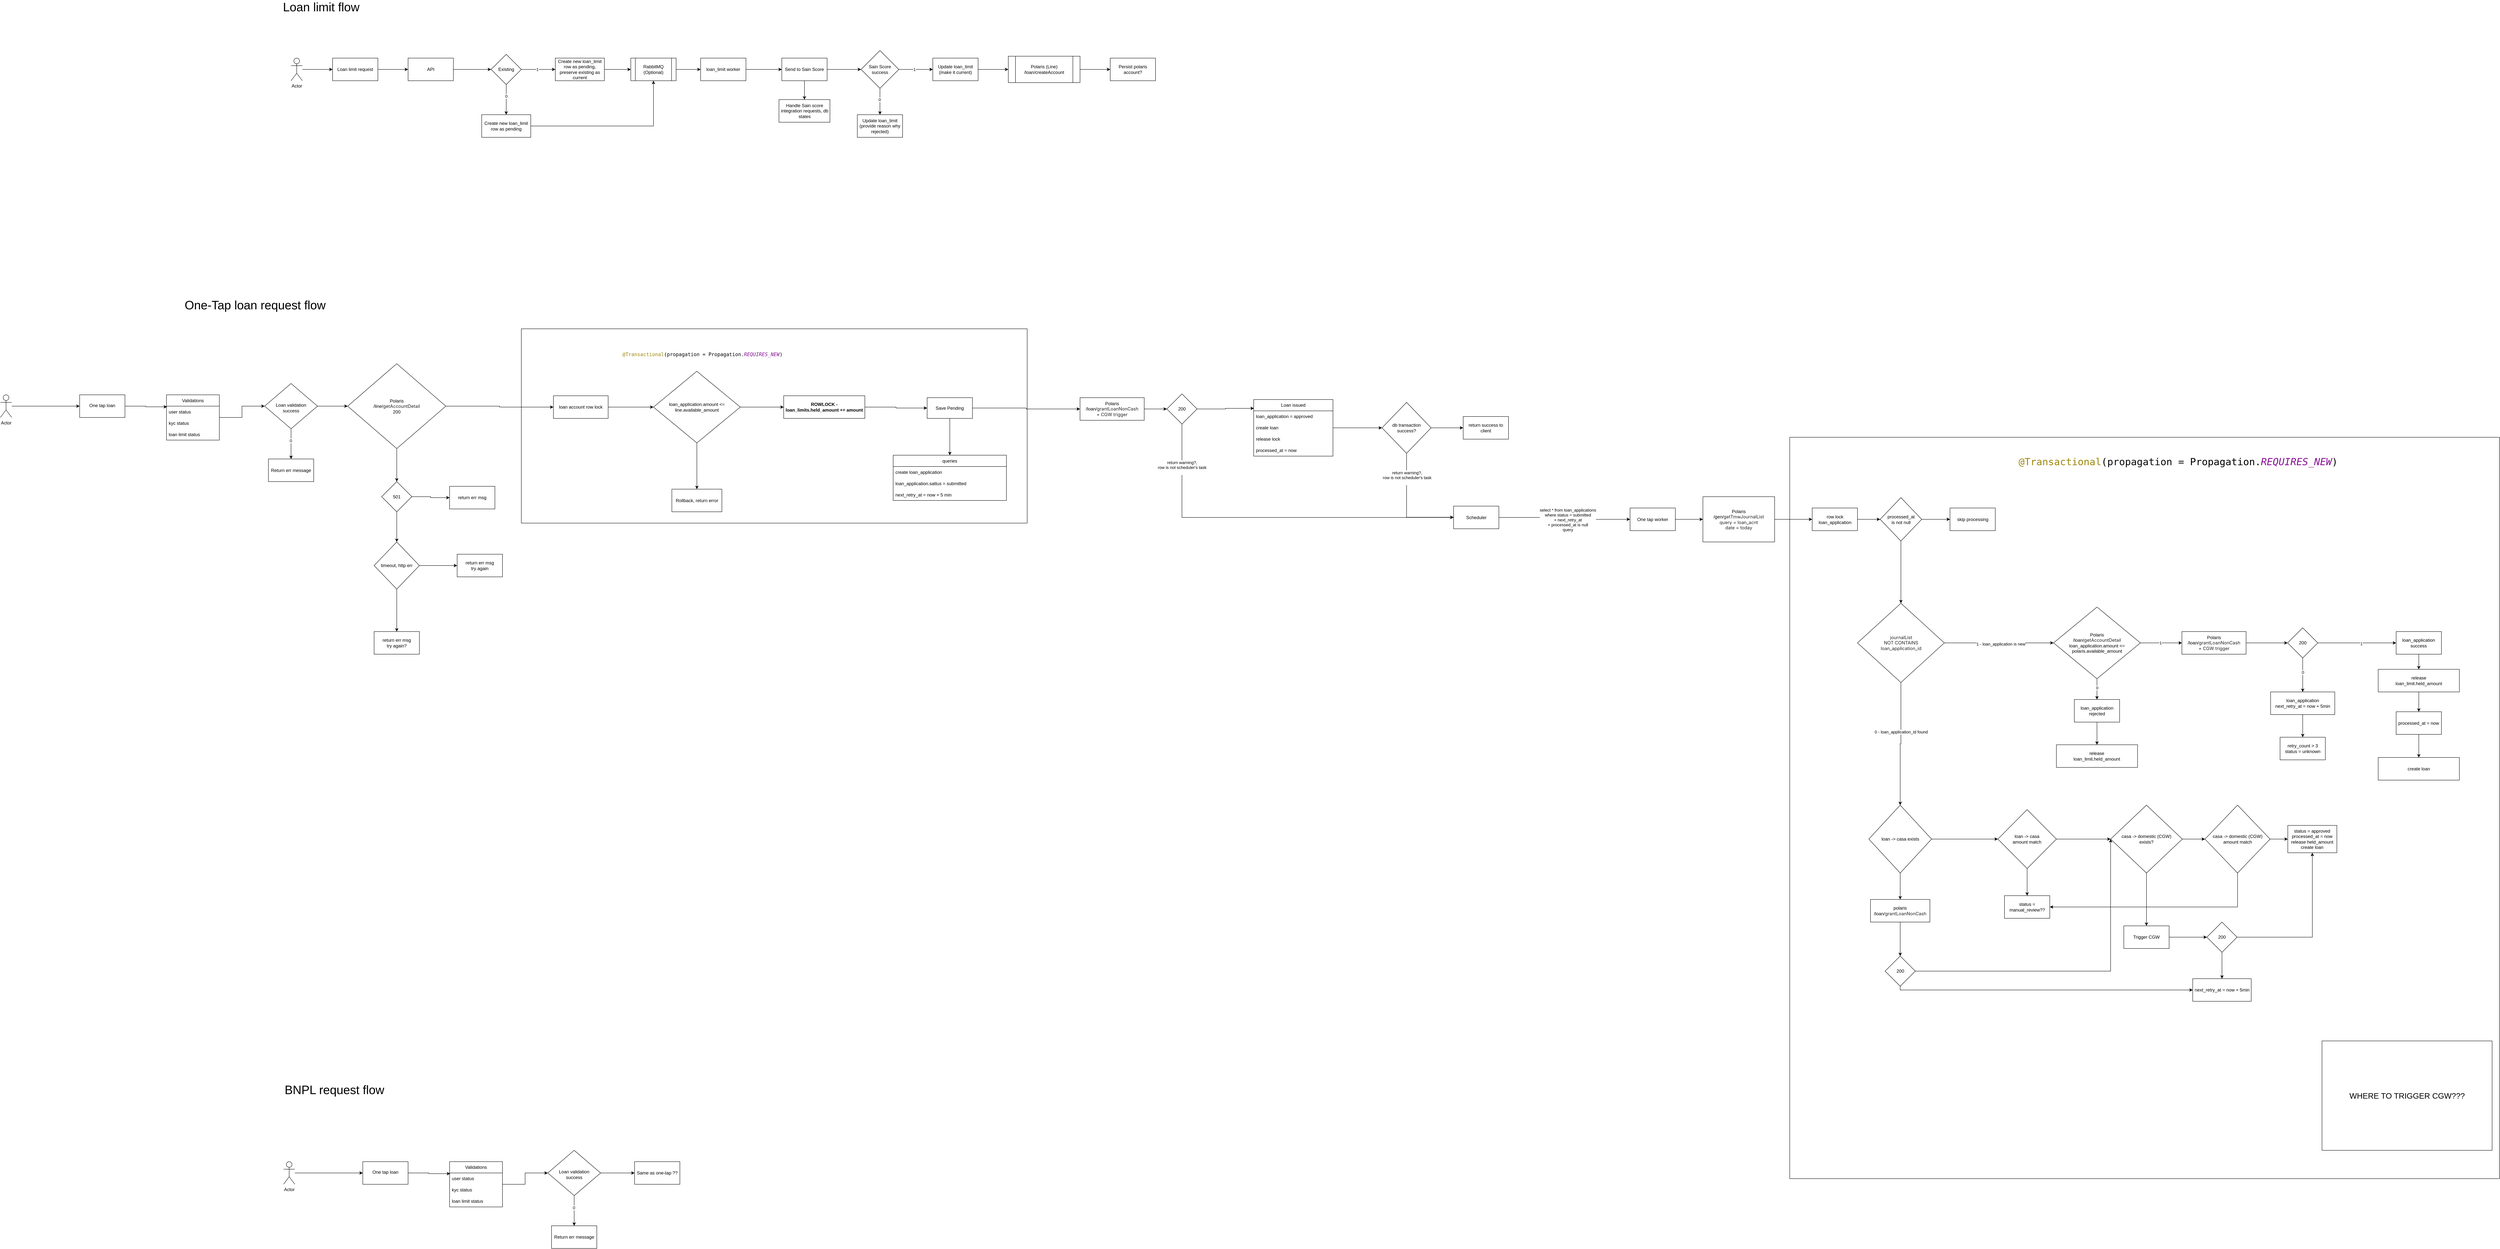
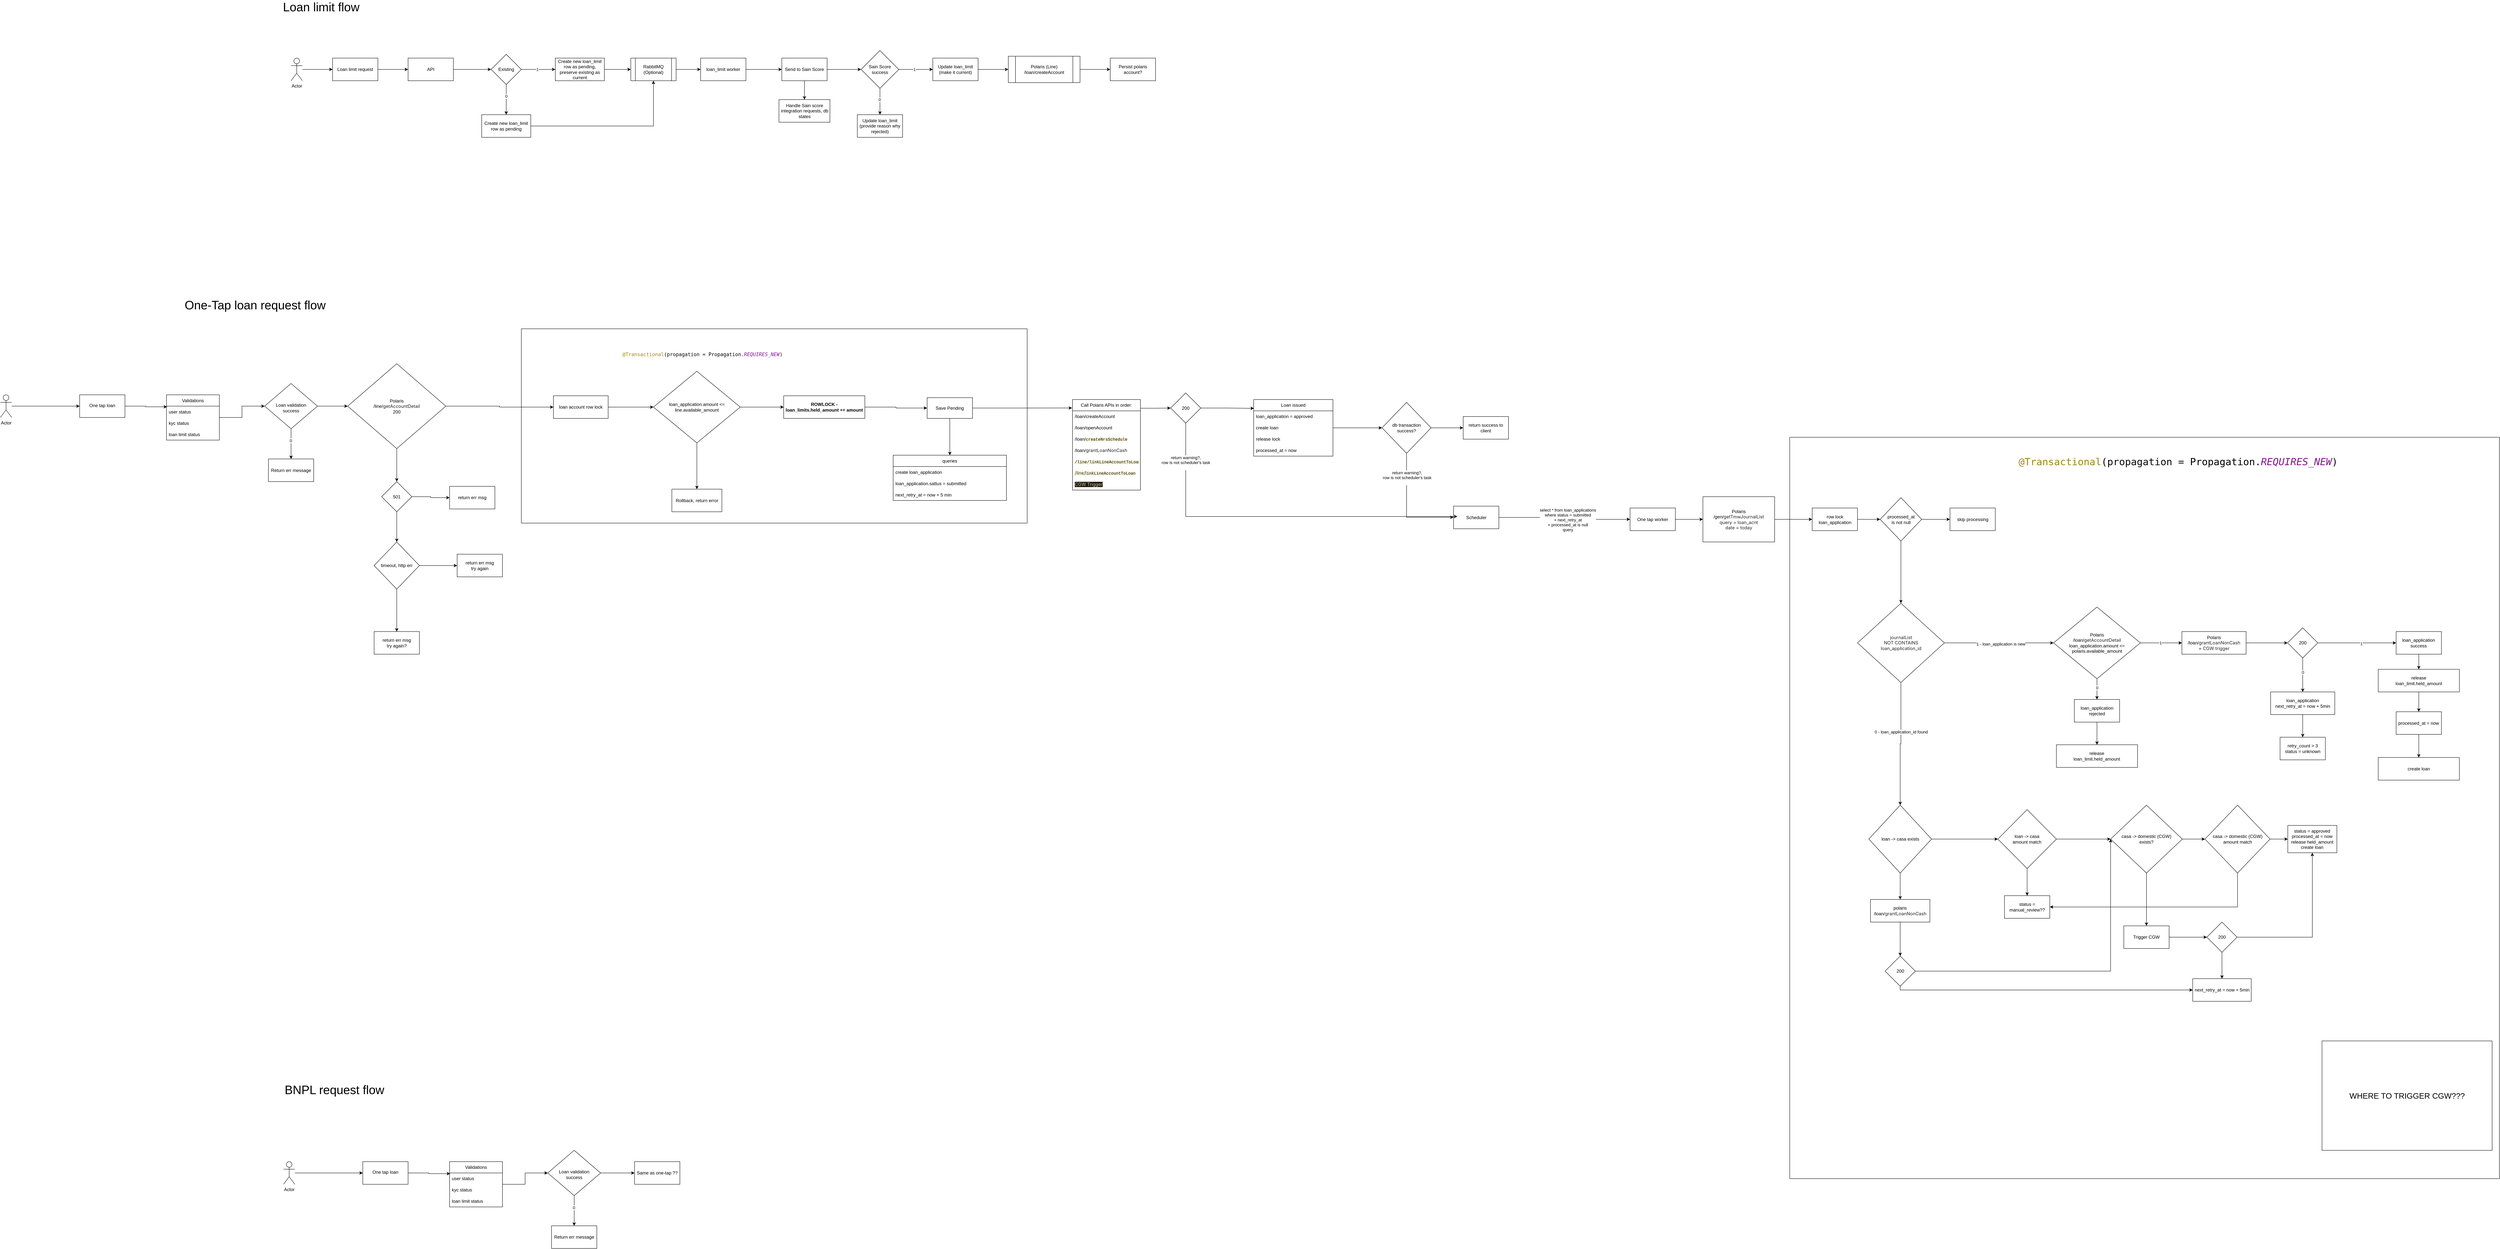
<mxfile host="app.diagrams.net">
  <diagram name="Page-1" id="VCBSuIh8bz7kurrQ0Zaz">
-     <mxGraphModel dx="2338" dy="870" grid="1" gridSize="10" guides="1" tooltips="1" connect="1" arrows="1" fold="1" page="1" pageScale="1" pageWidth="850" pageHeight="1100" math="0" shadow="0">
+     <mxGraphModel dx="1966" dy="653" grid="1" gridSize="10" guides="1" tooltips="1" connect="1" arrows="1" fold="1" page="1" pageScale="1" pageWidth="850" pageHeight="1100" math="0" shadow="0">
      <root>
        <mxCell id="0" />
        <mxCell id="1" parent="0" />
        <mxCell id="In8fDh9ZLN2M87an2Miy-188" parent="1" style="rounded=0;whiteSpace=wrap;html=1;movable=0;resizable=0;rotatable=0;deletable=0;editable=0;locked=1;connectable=0;" value="" vertex="1">
          <mxGeometry height="1965" width="1880" x="4010" y="1215" as="geometry" />
        </mxCell>
        <mxCell id="In8fDh9ZLN2M87an2Miy-172" parent="1" style="rounded=0;whiteSpace=wrap;html=1;movable=1;resizable=1;rotatable=1;deletable=1;editable=1;locked=0;connectable=1;" value="" vertex="1">
          <mxGeometry height="515" width="1340" x="650" y="927.5" as="geometry" />
        </mxCell>
        <mxCell id="KqixbsF9o6dLofBvsG9t-5" edge="1" parent="1" source="KqixbsF9o6dLofBvsG9t-1" style="edgeStyle=orthogonalEdgeStyle;rounded=0;orthogonalLoop=1;jettySize=auto;html=1;" target="KqixbsF9o6dLofBvsG9t-4" value="">
          <mxGeometry relative="1" as="geometry" />
        </mxCell>
        <mxCell id="KqixbsF9o6dLofBvsG9t-1" parent="1" style="rounded=0;whiteSpace=wrap;html=1;" value="Loan limit request" vertex="1">
          <mxGeometry height="60" width="120" x="150" y="210" as="geometry" />
        </mxCell>
        <mxCell id="KqixbsF9o6dLofBvsG9t-3" edge="1" parent="1" source="KqixbsF9o6dLofBvsG9t-2" style="edgeStyle=orthogonalEdgeStyle;rounded=0;orthogonalLoop=1;jettySize=auto;html=1;" target="KqixbsF9o6dLofBvsG9t-1" value="">
          <mxGeometry relative="1" as="geometry" />
        </mxCell>
        <mxCell id="KqixbsF9o6dLofBvsG9t-2" parent="1" style="shape=umlActor;verticalLabelPosition=bottom;verticalAlign=top;html=1;outlineConnect=0;" value="Actor" vertex="1">
          <mxGeometry height="60" width="30" x="40" y="210" as="geometry" />
        </mxCell>
        <mxCell id="KqixbsF9o6dLofBvsG9t-9" edge="1" parent="1" source="KqixbsF9o6dLofBvsG9t-4" style="edgeStyle=orthogonalEdgeStyle;rounded=0;orthogonalLoop=1;jettySize=auto;html=1;" target="KqixbsF9o6dLofBvsG9t-8" value="">
          <mxGeometry relative="1" as="geometry" />
        </mxCell>
        <mxCell id="KqixbsF9o6dLofBvsG9t-4" parent="1" style="rounded=0;whiteSpace=wrap;html=1;" value="API" vertex="1">
          <mxGeometry height="60" width="120" x="350" y="210" as="geometry" />
        </mxCell>
        <mxCell id="KqixbsF9o6dLofBvsG9t-11" edge="1" parent="1" source="KqixbsF9o6dLofBvsG9t-8" style="edgeStyle=orthogonalEdgeStyle;rounded=0;orthogonalLoop=1;jettySize=auto;html=1;" target="KqixbsF9o6dLofBvsG9t-10" value="">
          <mxGeometry relative="1" as="geometry" />
        </mxCell>
        <mxCell id="KqixbsF9o6dLofBvsG9t-12" connectable="0" parent="KqixbsF9o6dLofBvsG9t-11" style="edgeLabel;html=1;align=center;verticalAlign=middle;resizable=0;points=[];" value="1" vertex="1">
          <mxGeometry relative="1" x="-0.079" as="geometry">
            <mxPoint as="offset" />
          </mxGeometry>
        </mxCell>
        <mxCell id="KqixbsF9o6dLofBvsG9t-14" edge="1" parent="1" source="KqixbsF9o6dLofBvsG9t-8" style="edgeStyle=orthogonalEdgeStyle;rounded=0;orthogonalLoop=1;jettySize=auto;html=1;" target="KqixbsF9o6dLofBvsG9t-13" value="">
          <mxGeometry relative="1" as="geometry" />
        </mxCell>
        <mxCell id="KqixbsF9o6dLofBvsG9t-15" connectable="0" parent="KqixbsF9o6dLofBvsG9t-14" style="edgeLabel;html=1;align=center;verticalAlign=middle;resizable=0;points=[];" value="0" vertex="1">
          <mxGeometry relative="1" x="-0.2407" as="geometry">
            <mxPoint as="offset" />
          </mxGeometry>
        </mxCell>
        <mxCell id="KqixbsF9o6dLofBvsG9t-8" parent="1" style="rhombus;whiteSpace=wrap;html=1;rounded=0;" value="Existing" vertex="1">
          <mxGeometry height="80" width="80" x="570" y="200" as="geometry" />
        </mxCell>
        <mxCell id="KqixbsF9o6dLofBvsG9t-23" edge="1" parent="1" source="KqixbsF9o6dLofBvsG9t-10" style="edgeStyle=orthogonalEdgeStyle;rounded=0;orthogonalLoop=1;jettySize=auto;html=1;" target="KqixbsF9o6dLofBvsG9t-22" value="">
          <mxGeometry relative="1" as="geometry" />
        </mxCell>
        <mxCell id="KqixbsF9o6dLofBvsG9t-10" parent="1" style="whiteSpace=wrap;html=1;rounded=0;" value="Create new loan_limit row as pending, preserve existing as current" vertex="1">
          <mxGeometry height="60" width="130" x="740" y="210" as="geometry" />
        </mxCell>
        <mxCell id="KqixbsF9o6dLofBvsG9t-26" edge="1" parent="1" source="KqixbsF9o6dLofBvsG9t-13" style="edgeStyle=orthogonalEdgeStyle;rounded=0;orthogonalLoop=1;jettySize=auto;html=1;entryX=0.5;entryY=1;entryDx=0;entryDy=0;" target="KqixbsF9o6dLofBvsG9t-22">
          <mxGeometry relative="1" as="geometry" />
        </mxCell>
        <mxCell id="KqixbsF9o6dLofBvsG9t-13" parent="1" style="whiteSpace=wrap;html=1;rounded=0;" value="Create new loan_limit row as pending" vertex="1">
          <mxGeometry height="60" width="130" x="545" y="360" as="geometry" />
        </mxCell>
        <mxCell id="KqixbsF9o6dLofBvsG9t-25" edge="1" parent="1" source="KqixbsF9o6dLofBvsG9t-22" style="edgeStyle=orthogonalEdgeStyle;rounded=0;orthogonalLoop=1;jettySize=auto;html=1;" target="KqixbsF9o6dLofBvsG9t-24" value="">
          <mxGeometry relative="1" as="geometry" />
        </mxCell>
        <mxCell id="KqixbsF9o6dLofBvsG9t-22" parent="1" style="shape=process;whiteSpace=wrap;html=1;backgroundOutline=1;rounded=0;" value="RabbitMQ (Optional)" vertex="1">
          <mxGeometry height="60" width="120" x="940" y="210" as="geometry" />
        </mxCell>
        <mxCell id="KqixbsF9o6dLofBvsG9t-28" edge="1" parent="1" source="KqixbsF9o6dLofBvsG9t-24" style="edgeStyle=orthogonalEdgeStyle;rounded=0;orthogonalLoop=1;jettySize=auto;html=1;" target="KqixbsF9o6dLofBvsG9t-27" value="">
          <mxGeometry relative="1" as="geometry" />
        </mxCell>
        <mxCell id="KqixbsF9o6dLofBvsG9t-24" parent="1" style="whiteSpace=wrap;html=1;rounded=0;" value="loan_limit worker" vertex="1">
          <mxGeometry height="60" width="120" x="1125" y="210" as="geometry" />
        </mxCell>
        <mxCell id="KqixbsF9o6dLofBvsG9t-30" edge="1" parent="1" source="KqixbsF9o6dLofBvsG9t-27" style="edgeStyle=orthogonalEdgeStyle;rounded=0;orthogonalLoop=1;jettySize=auto;html=1;" target="KqixbsF9o6dLofBvsG9t-29" value="">
          <mxGeometry relative="1" as="geometry" />
        </mxCell>
        <mxCell id="KqixbsF9o6dLofBvsG9t-38" edge="1" parent="1" source="KqixbsF9o6dLofBvsG9t-27" style="edgeStyle=orthogonalEdgeStyle;rounded=0;orthogonalLoop=1;jettySize=auto;html=1;" target="KqixbsF9o6dLofBvsG9t-37" value="">
          <mxGeometry relative="1" as="geometry" />
        </mxCell>
        <mxCell id="KqixbsF9o6dLofBvsG9t-27" parent="1" style="whiteSpace=wrap;html=1;rounded=0;" value="Send to Sain Score" vertex="1">
          <mxGeometry height="60" width="120" x="1340" y="210" as="geometry" />
        </mxCell>
        <mxCell id="KqixbsF9o6dLofBvsG9t-32" edge="1" parent="1" source="KqixbsF9o6dLofBvsG9t-29" style="edgeStyle=orthogonalEdgeStyle;rounded=0;orthogonalLoop=1;jettySize=auto;html=1;" target="KqixbsF9o6dLofBvsG9t-31" value="">
          <mxGeometry relative="1" as="geometry" />
        </mxCell>
        <mxCell id="KqixbsF9o6dLofBvsG9t-33" connectable="0" parent="KqixbsF9o6dLofBvsG9t-32" style="edgeLabel;html=1;align=center;verticalAlign=middle;resizable=0;points=[];" value="1" vertex="1">
          <mxGeometry relative="1" x="-0.1048" as="geometry">
            <mxPoint as="offset" />
          </mxGeometry>
        </mxCell>
        <mxCell id="KqixbsF9o6dLofBvsG9t-35" edge="1" parent="1" source="KqixbsF9o6dLofBvsG9t-29" style="edgeStyle=orthogonalEdgeStyle;rounded=0;orthogonalLoop=1;jettySize=auto;html=1;" target="KqixbsF9o6dLofBvsG9t-34" value="">
          <mxGeometry relative="1" as="geometry" />
        </mxCell>
        <mxCell id="KqixbsF9o6dLofBvsG9t-36" connectable="0" parent="KqixbsF9o6dLofBvsG9t-35" style="edgeLabel;html=1;align=center;verticalAlign=middle;resizable=0;points=[];" value="0" vertex="1">
          <mxGeometry relative="1" x="-0.1429" y="-1" as="geometry">
            <mxPoint as="offset" />
          </mxGeometry>
        </mxCell>
        <mxCell id="KqixbsF9o6dLofBvsG9t-29" parent="1" style="rhombus;whiteSpace=wrap;html=1;rounded=0;" value="Sain Score success" vertex="1">
          <mxGeometry height="100" width="100" x="1550" y="190" as="geometry" />
        </mxCell>
        <mxCell id="KqixbsF9o6dLofBvsG9t-66" edge="1" parent="1" source="KqixbsF9o6dLofBvsG9t-31" style="edgeStyle=orthogonalEdgeStyle;rounded=0;orthogonalLoop=1;jettySize=auto;html=1;" target="KqixbsF9o6dLofBvsG9t-65" value="">
          <mxGeometry relative="1" as="geometry" />
        </mxCell>
        <mxCell id="KqixbsF9o6dLofBvsG9t-31" parent="1" style="whiteSpace=wrap;html=1;rounded=0;" value="Update loan_limit (make it current)" vertex="1">
          <mxGeometry height="60" width="120" x="1740" y="210" as="geometry" />
        </mxCell>
        <mxCell id="KqixbsF9o6dLofBvsG9t-34" parent="1" style="whiteSpace=wrap;html=1;rounded=0;" value="Update loan_limit&lt;br&gt;(provide reason why rejected)" vertex="1">
          <mxGeometry height="60" width="120" x="1540" y="360" as="geometry" />
        </mxCell>
        <mxCell id="KqixbsF9o6dLofBvsG9t-37" parent="1" style="whiteSpace=wrap;html=1;rounded=0;" value="Handle Sain score integration requests, db states" vertex="1">
          <mxGeometry height="60" width="135" x="1332.5" y="320" as="geometry" />
        </mxCell>
        <mxCell id="KqixbsF9o6dLofBvsG9t-40" parent="1" style="text;html=1;whiteSpace=wrap;strokeColor=none;fillColor=none;align=center;verticalAlign=middle;rounded=0;fontSize=32;" value="Loan limit flow" vertex="1">
          <mxGeometry height="30" width="260" x="-10" y="60" as="geometry" />
        </mxCell>
        <mxCell id="KqixbsF9o6dLofBvsG9t-74" edge="1" parent="1" source="KqixbsF9o6dLofBvsG9t-65" style="edgeStyle=orthogonalEdgeStyle;rounded=0;orthogonalLoop=1;jettySize=auto;html=1;" target="KqixbsF9o6dLofBvsG9t-73" value="">
          <mxGeometry relative="1" as="geometry" />
        </mxCell>
        <mxCell id="KqixbsF9o6dLofBvsG9t-65" parent="1" style="shape=process;whiteSpace=wrap;html=1;backgroundOutline=1;rounded=0;" value="Polaris (Line)&lt;br&gt;/loan/createAccount" vertex="1">
          <mxGeometry height="70" width="190" x="1940" y="205" as="geometry" />
        </mxCell>
        <mxCell id="KqixbsF9o6dLofBvsG9t-73" parent="1" style="whiteSpace=wrap;html=1;rounded=0;" value="Persist polaris account?" vertex="1">
          <mxGeometry height="60" width="120" x="2210" y="210" as="geometry" />
        </mxCell>
        <mxCell id="U8Ajh8Gpa-m2DNKNFQys-1" parent="1" style="text;html=1;whiteSpace=wrap;strokeColor=none;fillColor=none;align=center;verticalAlign=middle;rounded=0;fontSize=32;" value="One-Tap loan request flow" vertex="1">
          <mxGeometry height="30" width="470" x="-290" y="850" as="geometry" />
        </mxCell>
        <mxCell id="In8fDh9ZLN2M87an2Miy-1" edge="1" parent="1" source="In8fDh9ZLN2M87an2Miy-2" style="edgeStyle=orthogonalEdgeStyle;rounded=0;orthogonalLoop=1;jettySize=auto;html=1;" target="In8fDh9ZLN2M87an2Miy-4" value="">
          <mxGeometry relative="1" as="geometry" />
        </mxCell>
        <mxCell id="In8fDh9ZLN2M87an2Miy-2" parent="1" style="shape=umlActor;verticalLabelPosition=bottom;verticalAlign=top;html=1;outlineConnect=0;" value="Actor" vertex="1">
          <mxGeometry height="60" width="30" x="-730" y="1102.5" as="geometry" />
        </mxCell>
        <mxCell id="In8fDh9ZLN2M87an2Miy-3" edge="1" parent="1" source="In8fDh9ZLN2M87an2Miy-4" style="edgeStyle=orthogonalEdgeStyle;rounded=0;orthogonalLoop=1;jettySize=auto;html=1;entryX=0.011;entryY=0.06;entryDx=0;entryDy=0;entryPerimeter=0;" target="In8fDh9ZLN2M87an2Miy-28" value="">
          <mxGeometry relative="1" as="geometry">
            <mxPoint x="-310" y="1132.5" as="targetPoint" />
          </mxGeometry>
        </mxCell>
        <mxCell id="In8fDh9ZLN2M87an2Miy-4" parent="1" style="whiteSpace=wrap;html=1;verticalAlign=top;" value="&lt;div&gt;&lt;br&gt;&lt;/div&gt;&lt;div&gt;One tap loan&lt;/div&gt;" vertex="1">
          <mxGeometry height="60" width="120" x="-520" y="1102.5" as="geometry" />
        </mxCell>
        <mxCell id="In8fDh9ZLN2M87an2Miy-7" edge="1" parent="1" source="In8fDh9ZLN2M87an2Miy-9" style="edgeStyle=orthogonalEdgeStyle;rounded=0;orthogonalLoop=1;jettySize=auto;html=1;" target="In8fDh9ZLN2M87an2Miy-13" value="">
          <mxGeometry relative="1" as="geometry" />
        </mxCell>
        <mxCell id="In8fDh9ZLN2M87an2Miy-8" connectable="0" parent="In8fDh9ZLN2M87an2Miy-7" style="edgeLabel;html=1;align=center;verticalAlign=middle;resizable=0;points=[];" value="0" vertex="1">
          <mxGeometry relative="1" x="-0.2091" y="-1" as="geometry">
            <mxPoint as="offset" />
          </mxGeometry>
        </mxCell>
        <mxCell id="In8fDh9ZLN2M87an2Miy-230" edge="1" parent="1" source="In8fDh9ZLN2M87an2Miy-9" style="edgeStyle=orthogonalEdgeStyle;rounded=0;orthogonalLoop=1;jettySize=auto;html=1;" target="In8fDh9ZLN2M87an2Miy-228">
          <mxGeometry relative="1" as="geometry" />
        </mxCell>
        <mxCell id="In8fDh9ZLN2M87an2Miy-9" parent="1" style="rhombus;whiteSpace=wrap;html=1;verticalAlign=top;" value="&lt;br&gt;&lt;br&gt;&lt;div&gt;&lt;br&gt;&lt;/div&gt;&lt;div&gt;Loan validation&lt;br&gt;success&lt;/div&gt;" vertex="1">
          <mxGeometry height="120" width="140" x="-30" y="1072.5" as="geometry" />
        </mxCell>
        <mxCell id="In8fDh9ZLN2M87an2Miy-10" edge="1" parent="1" source="In8fDh9ZLN2M87an2Miy-12" style="edgeStyle=orthogonalEdgeStyle;rounded=0;orthogonalLoop=1;jettySize=auto;html=1;entryX=0.5;entryY=0;entryDx=0;entryDy=0;" target="In8fDh9ZLN2M87an2Miy-14">
          <mxGeometry relative="1" as="geometry" />
        </mxCell>
        <mxCell id="In8fDh9ZLN2M87an2Miy-54" edge="1" parent="1" source="In8fDh9ZLN2M87an2Miy-105" style="edgeStyle=orthogonalEdgeStyle;rounded=0;orthogonalLoop=1;jettySize=auto;html=1;exitX=1;exitY=0.5;exitDx=0;exitDy=0;" target="In8fDh9ZLN2M87an2Miy-53" value="">
          <mxGeometry relative="1" as="geometry">
            <mxPoint x="3329.5" y="1432.5" as="sourcePoint" />
          </mxGeometry>
        </mxCell>
        <mxCell id="In8fDh9ZLN2M87an2Miy-55" connectable="0" parent="In8fDh9ZLN2M87an2Miy-54" style="edgeLabel;html=1;align=center;verticalAlign=middle;resizable=0;points=[];" value="select * from loan_applications&lt;br&gt;where status = submitted&lt;br&gt;+ next_retry_at&lt;br&gt;+ processed_at is null&lt;br&gt;query" vertex="1">
          <mxGeometry relative="1" x="0.0637" y="-1" as="geometry">
            <mxPoint as="offset" />
          </mxGeometry>
        </mxCell>
-         <mxCell id="In8fDh9ZLN2M87an2Miy-246" edge="1" parent="1" source="In8fDh9ZLN2M87an2Miy-12" style="edgeStyle=orthogonalEdgeStyle;rounded=0;orthogonalLoop=1;jettySize=auto;html=1;entryX=0;entryY=0.5;entryDx=0;entryDy=0;" target="In8fDh9ZLN2M87an2Miy-153">
-           <mxGeometry relative="1" as="geometry" />
+         <mxCell id="In8fDh9ZLN2M87an2Miy-246" edge="1" parent="1" source="In8fDh9ZLN2M87an2Miy-12" style="edgeStyle=orthogonalEdgeStyle;rounded=0;orthogonalLoop=1;jettySize=auto;html=1;entryX=-0.006;entryY=0.093;entryDx=0;entryDy=0;entryPerimeter=0;" target="In8fDh9ZLN2M87an2Miy-247">
+           <mxGeometry relative="1" as="geometry">
+             <mxPoint x="2090" y="1137.5" as="targetPoint" />
+           </mxGeometry>
        </mxCell>
        <mxCell id="In8fDh9ZLN2M87an2Miy-12" parent="1" style="whiteSpace=wrap;html=1;verticalAlign=middle;" value="Save Pending" vertex="1">
          <mxGeometry height="55" width="120" x="1725" y="1110" as="geometry" />
        </mxCell>
        <mxCell id="In8fDh9ZLN2M87an2Miy-13" parent="1" style="whiteSpace=wrap;html=1;verticalAlign=middle;" value="Return err message" vertex="1">
          <mxGeometry height="60" width="120" x="-20" y="1272.5" as="geometry" />
        </mxCell>
        <mxCell id="In8fDh9ZLN2M87an2Miy-14" parent="1" style="swimlane;fontStyle=0;childLayout=stackLayout;horizontal=1;startSize=30;horizontalStack=0;resizeParent=1;resizeParentMax=0;resizeLast=0;collapsible=1;marginBottom=0;whiteSpace=wrap;html=1;" value="queries" vertex="1">
          <mxGeometry height="120" width="300" x="1635" y="1262.5" as="geometry" />
        </mxCell>
        <mxCell id="In8fDh9ZLN2M87an2Miy-15" parent="In8fDh9ZLN2M87an2Miy-14" style="text;strokeColor=none;fillColor=none;align=left;verticalAlign=middle;spacingLeft=4;spacingRight=4;overflow=hidden;points=[[0,0.5],[1,0.5]];portConstraint=eastwest;rotatable=0;whiteSpace=wrap;html=1;" value="create loan_application" vertex="1">
          <mxGeometry height="30" width="300" y="30" as="geometry" />
        </mxCell>
        <mxCell id="In8fDh9ZLN2M87an2Miy-104" parent="In8fDh9ZLN2M87an2Miy-14" style="text;strokeColor=none;fillColor=none;align=left;verticalAlign=middle;spacingLeft=4;spacingRight=4;overflow=hidden;points=[[0,0.5],[1,0.5]];portConstraint=eastwest;rotatable=0;whiteSpace=wrap;html=1;" value="loan_application.sattus = submitted" vertex="1">
          <mxGeometry height="30" width="300" y="60" as="geometry" />
        </mxCell>
        <mxCell id="In8fDh9ZLN2M87an2Miy-17" parent="In8fDh9ZLN2M87an2Miy-14" style="text;strokeColor=none;fillColor=none;align=left;verticalAlign=middle;spacingLeft=4;spacingRight=4;overflow=hidden;points=[[0,0.5],[1,0.5]];portConstraint=eastwest;rotatable=0;whiteSpace=wrap;html=1;" value="next_retry_at = now + 5 min" vertex="1">
          <mxGeometry height="30" width="300" y="90" as="geometry" />
        </mxCell>
        <mxCell id="In8fDh9ZLN2M87an2Miy-32" edge="1" parent="1" source="In8fDh9ZLN2M87an2Miy-27" style="edgeStyle=orthogonalEdgeStyle;rounded=0;orthogonalLoop=1;jettySize=auto;html=1;entryX=0;entryY=0.5;entryDx=0;entryDy=0;" target="In8fDh9ZLN2M87an2Miy-9">
          <mxGeometry relative="1" as="geometry" />
        </mxCell>
        <mxCell id="In8fDh9ZLN2M87an2Miy-27" parent="1" style="swimlane;fontStyle=0;childLayout=stackLayout;horizontal=1;startSize=30;horizontalStack=0;resizeParent=1;resizeParentMax=0;resizeLast=0;collapsible=1;marginBottom=0;whiteSpace=wrap;html=1;" value="Validations" vertex="1">
          <mxGeometry height="120" width="140" x="-290" y="1102.5" as="geometry" />
        </mxCell>
        <mxCell id="In8fDh9ZLN2M87an2Miy-28" parent="In8fDh9ZLN2M87an2Miy-27" style="text;strokeColor=none;fillColor=none;align=left;verticalAlign=middle;spacingLeft=4;spacingRight=4;overflow=hidden;points=[[0,0.5],[1,0.5]];portConstraint=eastwest;rotatable=0;whiteSpace=wrap;html=1;" value="user status" vertex="1">
          <mxGeometry height="30" width="140" y="30" as="geometry" />
        </mxCell>
        <mxCell id="In8fDh9ZLN2M87an2Miy-29" parent="In8fDh9ZLN2M87an2Miy-27" style="text;strokeColor=none;fillColor=none;align=left;verticalAlign=middle;spacingLeft=4;spacingRight=4;overflow=hidden;points=[[0,0.5],[1,0.5]];portConstraint=eastwest;rotatable=0;whiteSpace=wrap;html=1;" value="kyc status" vertex="1">
          <mxGeometry height="30" width="140" y="60" as="geometry" />
        </mxCell>
        <mxCell id="In8fDh9ZLN2M87an2Miy-33" parent="In8fDh9ZLN2M87an2Miy-27" style="text;strokeColor=none;fillColor=none;align=left;verticalAlign=middle;spacingLeft=4;spacingRight=4;overflow=hidden;points=[[0,0.5],[1,0.5]];portConstraint=eastwest;rotatable=0;whiteSpace=wrap;html=1;" value="loan limit status" vertex="1">
          <mxGeometry height="30" width="140" y="90" as="geometry" />
        </mxCell>
        <mxCell id="In8fDh9ZLN2M87an2Miy-116" edge="1" parent="1" source="In8fDh9ZLN2M87an2Miy-53" style="edgeStyle=orthogonalEdgeStyle;rounded=0;orthogonalLoop=1;jettySize=auto;html=1;entryX=0;entryY=0.5;entryDx=0;entryDy=0;" target="In8fDh9ZLN2M87an2Miy-68">
          <mxGeometry relative="1" as="geometry" />
        </mxCell>
        <mxCell id="In8fDh9ZLN2M87an2Miy-53" parent="1" style="whiteSpace=wrap;html=1;" value="One tap worker" vertex="1">
          <mxGeometry height="60" width="120" x="3587" y="1402.5" as="geometry" />
        </mxCell>
        <mxCell id="In8fDh9ZLN2M87an2Miy-67" edge="1" parent="1" source="In8fDh9ZLN2M87an2Miy-58" style="edgeStyle=orthogonalEdgeStyle;rounded=0;orthogonalLoop=1;jettySize=auto;html=1;entryX=0;entryY=0.5;entryDx=0;entryDy=0;" target="In8fDh9ZLN2M87an2Miy-66" value="">
          <mxGeometry relative="1" as="geometry">
            <mxPoint x="5343.87" y="1760" as="targetPoint" />
          </mxGeometry>
        </mxCell>
        <mxCell id="In8fDh9ZLN2M87an2Miy-58" parent="1" style="whiteSpace=wrap;html=1;" value="Polaris /loan/&lt;span style=&quot;color: rgb(33, 33, 33); font-family: Inter, system-ui, -apple-system, &amp;quot;system-ui&amp;quot;, &amp;quot;Segoe UI&amp;quot;, Roboto, Oxygen, Ubuntu, Cantarell, &amp;quot;Fira Sans&amp;quot;, &amp;quot;Droid Sans&amp;quot;, Helvetica, Arial, sans-serif; text-align: left; white-space: pre-wrap; background-color: rgb(255, 255, 255);&quot;&gt;grantLoanNonCash&lt;br/&gt;+ CGW trigger&lt;/span&gt;" vertex="1">
          <mxGeometry height="60" width="170" x="5048.87" y="1730" as="geometry" />
        </mxCell>
        <mxCell id="In8fDh9ZLN2M87an2Miy-62" edge="1" parent="1" source="In8fDh9ZLN2M87an2Miy-59" style="edgeStyle=orthogonalEdgeStyle;rounded=0;orthogonalLoop=1;jettySize=auto;html=1;" target="In8fDh9ZLN2M87an2Miy-61" value="">
          <mxGeometry relative="1" as="geometry" />
        </mxCell>
        <mxCell id="In8fDh9ZLN2M87an2Miy-91" connectable="0" parent="In8fDh9ZLN2M87an2Miy-62" style="edgeLabel;html=1;align=center;verticalAlign=middle;resizable=0;points=[];" value="0" vertex="1">
          <mxGeometry relative="1" x="-0.1431" as="geometry">
            <mxPoint as="offset" />
          </mxGeometry>
        </mxCell>
        <mxCell id="In8fDh9ZLN2M87an2Miy-65" edge="1" parent="1" source="In8fDh9ZLN2M87an2Miy-59" style="edgeStyle=orthogonalEdgeStyle;rounded=0;orthogonalLoop=1;jettySize=auto;html=1;" target="In8fDh9ZLN2M87an2Miy-58">
          <mxGeometry relative="1" as="geometry" />
        </mxCell>
        <mxCell id="In8fDh9ZLN2M87an2Miy-90" connectable="0" parent="In8fDh9ZLN2M87an2Miy-65" style="edgeLabel;html=1;align=center;verticalAlign=middle;resizable=0;points=[];" value="1" vertex="1">
          <mxGeometry relative="1" x="-0.0451" as="geometry">
            <mxPoint as="offset" />
          </mxGeometry>
        </mxCell>
        <mxCell id="In8fDh9ZLN2M87an2Miy-59" parent="1" style="rhombus;whiteSpace=wrap;html=1;" value="Polaris&lt;br&gt;/loan/&lt;span style=&quot;color: rgb(33, 33, 33); font-family: Inter, system-ui, -apple-system, &amp;quot;system-ui&amp;quot;, &amp;quot;Segoe UI&amp;quot;, Roboto, Oxygen, Ubuntu, Cantarell, &amp;quot;Fira Sans&amp;quot;, &amp;quot;Droid Sans&amp;quot;, Helvetica, Arial, sans-serif; text-align: left; white-space: pre-wrap; background-color: rgb(255, 255, 255);&quot;&gt;getAccountDetail&lt;/span&gt;&lt;br&gt;loan_application.amount &amp;lt;= polaris.available_amount" vertex="1">
          <mxGeometry height="190" width="230" x="4708.87" y="1665" as="geometry" />
        </mxCell>
        <mxCell id="In8fDh9ZLN2M87an2Miy-64" edge="1" parent="1" source="In8fDh9ZLN2M87an2Miy-61" style="edgeStyle=orthogonalEdgeStyle;rounded=0;orthogonalLoop=1;jettySize=auto;html=1;" target="In8fDh9ZLN2M87an2Miy-63" value="">
          <mxGeometry relative="1" as="geometry" />
        </mxCell>
        <mxCell id="In8fDh9ZLN2M87an2Miy-61" parent="1" style="whiteSpace=wrap;html=1;" value="loan_application&lt;br&gt;rejected" vertex="1">
          <mxGeometry height="60" width="120" x="4763.87" y="1910" as="geometry" />
        </mxCell>
        <mxCell id="In8fDh9ZLN2M87an2Miy-63" parent="1" style="whiteSpace=wrap;html=1;" value="release &lt;br&gt;loan_limit.held_amount" vertex="1">
          <mxGeometry height="60" width="215" x="4716.37" y="2030" as="geometry" />
        </mxCell>
        <mxCell id="In8fDh9ZLN2M87an2Miy-81" edge="1" parent="1" source="In8fDh9ZLN2M87an2Miy-66" style="edgeStyle=orthogonalEdgeStyle;rounded=0;orthogonalLoop=1;jettySize=auto;html=1;entryX=0;entryY=0.5;entryDx=0;entryDy=0;" target="In8fDh9ZLN2M87an2Miy-79">
          <mxGeometry relative="1" as="geometry" />
        </mxCell>
        <mxCell id="In8fDh9ZLN2M87an2Miy-92" connectable="0" parent="In8fDh9ZLN2M87an2Miy-81" style="edgeLabel;html=1;align=center;verticalAlign=middle;resizable=0;points=[];" value="1" vertex="1">
          <mxGeometry relative="1" x="0.1055" y="-2" as="geometry">
            <mxPoint as="offset" />
          </mxGeometry>
        </mxCell>
        <mxCell id="In8fDh9ZLN2M87an2Miy-83" edge="1" parent="1" source="In8fDh9ZLN2M87an2Miy-66" style="edgeStyle=orthogonalEdgeStyle;rounded=0;orthogonalLoop=1;jettySize=auto;html=1;" target="In8fDh9ZLN2M87an2Miy-82" value="">
          <mxGeometry relative="1" as="geometry" />
        </mxCell>
        <mxCell id="In8fDh9ZLN2M87an2Miy-93" connectable="0" parent="In8fDh9ZLN2M87an2Miy-83" style="edgeLabel;html=1;align=center;verticalAlign=middle;resizable=0;points=[];" value="0" vertex="1">
          <mxGeometry relative="1" x="-0.1623" as="geometry">
            <mxPoint as="offset" />
          </mxGeometry>
        </mxCell>
        <mxCell id="In8fDh9ZLN2M87an2Miy-66" parent="1" style="rhombus;whiteSpace=wrap;html=1;" value="200" vertex="1">
          <mxGeometry height="80" width="80" x="5328.87" y="1720" as="geometry" />
        </mxCell>
        <mxCell id="In8fDh9ZLN2M87an2Miy-119" edge="1" parent="1" source="In8fDh9ZLN2M87an2Miy-68" style="edgeStyle=orthogonalEdgeStyle;rounded=0;orthogonalLoop=1;jettySize=auto;html=1;" target="In8fDh9ZLN2M87an2Miy-118" value="">
          <mxGeometry relative="1" as="geometry" />
        </mxCell>
        <mxCell id="In8fDh9ZLN2M87an2Miy-68" parent="1" style="whiteSpace=wrap;html=1;" value="Polaris&lt;br&gt;/gen/&lt;span style=&quot;white-space: pre-wrap; color: rgb(33, 33, 33); font-family: Inter, system-ui, -apple-system, &amp;quot;system-ui&amp;quot;, &amp;quot;Segoe UI&amp;quot;, Roboto, Oxygen, Ubuntu, Cantarell, &amp;quot;Fira Sans&amp;quot;, &amp;quot;Droid Sans&amp;quot;, Helvetica, Arial, sans-serif; text-align: left; background-color: rgb(255, 255, 255);&quot;&gt;getTmwJournalList&lt;br&gt;query = loan_acnt&lt;br/&gt;date = today&lt;/span&gt;" vertex="1">
          <mxGeometry height="120" width="190" x="3780" y="1372.5" as="geometry" />
        </mxCell>
        <mxCell id="In8fDh9ZLN2M87an2Miy-71" edge="1" parent="1" source="In8fDh9ZLN2M87an2Miy-69" style="edgeStyle=orthogonalEdgeStyle;rounded=0;orthogonalLoop=1;jettySize=auto;html=1;entryX=0;entryY=0.5;entryDx=0;entryDy=0;" target="In8fDh9ZLN2M87an2Miy-59">
          <mxGeometry relative="1" as="geometry" />
        </mxCell>
        <mxCell id="In8fDh9ZLN2M87an2Miy-77" connectable="0" parent="In8fDh9ZLN2M87an2Miy-71" style="edgeLabel;html=1;align=center;verticalAlign=middle;resizable=0;points=[];" value="1 - loan_application is new" vertex="1">
          <mxGeometry relative="1" x="0.0312" y="-3" as="geometry">
            <mxPoint as="offset" />
          </mxGeometry>
        </mxCell>
        <mxCell id="In8fDh9ZLN2M87an2Miy-73" edge="1" parent="1" source="In8fDh9ZLN2M87an2Miy-69" style="edgeStyle=orthogonalEdgeStyle;rounded=0;orthogonalLoop=1;jettySize=auto;html=1;entryX=0.5;entryY=0;entryDx=0;entryDy=0;" target="In8fDh9ZLN2M87an2Miy-111" value="">
          <mxGeometry relative="1" as="geometry">
            <mxPoint x="4303.87" y="1960" as="targetPoint" />
          </mxGeometry>
        </mxCell>
        <mxCell id="In8fDh9ZLN2M87an2Miy-74" connectable="0" parent="In8fDh9ZLN2M87an2Miy-73" style="edgeLabel;html=1;align=center;verticalAlign=middle;resizable=0;points=[];" value="0 - loan_application_id found" vertex="1">
          <mxGeometry relative="1" x="-0.1975" as="geometry">
            <mxPoint as="offset" />
          </mxGeometry>
        </mxCell>
        <mxCell id="In8fDh9ZLN2M87an2Miy-69" parent="1" style="rhombus;whiteSpace=wrap;html=1;verticalAlign=middle;" value="&lt;div style=&quot;text-align: center;&quot;&gt;&lt;span style=&quot;background-color: light-dark(rgb(255, 255, 255), rgb(18, 18, 18)); color: light-dark(rgb(33, 33, 33), rgb(209, 209, 209)); font-family: Inter, system-ui, -apple-system, &amp;quot;system-ui&amp;quot;, &amp;quot;Segoe UI&amp;quot;, Roboto, Oxygen, Ubuntu, Cantarell, &amp;quot;Fira Sans&amp;quot;, &amp;quot;Droid Sans&amp;quot;, Helvetica, Arial, sans-serif; text-align: left; white-space: pre-wrap;&quot;&gt;journalList&lt;br&gt;NOT CONTAINS&lt;/span&gt;&lt;/div&gt;&lt;span style=&quot;white-space: pre-wrap; color: rgb(33, 33, 33); font-family: Inter, system-ui, -apple-system, &amp;quot;system-ui&amp;quot;, &amp;quot;Segoe UI&amp;quot;, Roboto, Oxygen, Ubuntu, Cantarell, &amp;quot;Fira Sans&amp;quot;, &amp;quot;Droid Sans&amp;quot;, Helvetica, Arial, sans-serif; text-align: left; background-color: rgb(255, 255, 255);&quot;&gt;loan_application_id&lt;/span&gt;" vertex="1">
          <mxGeometry height="210" width="230" x="4189.5" y="1655" as="geometry" />
        </mxCell>
        <mxCell id="In8fDh9ZLN2M87an2Miy-78" edge="1" parent="1" source="In8fDh9ZLN2M87an2Miy-79" style="edgeStyle=orthogonalEdgeStyle;rounded=0;orthogonalLoop=1;jettySize=auto;html=1;" target="In8fDh9ZLN2M87an2Miy-80" value="">
          <mxGeometry relative="1" as="geometry" />
        </mxCell>
        <mxCell id="In8fDh9ZLN2M87an2Miy-79" parent="1" style="whiteSpace=wrap;html=1;" value="loan_application&lt;br&gt;success" vertex="1">
          <mxGeometry height="60" width="120" x="5616.37" y="1730" as="geometry" />
        </mxCell>
        <mxCell id="In8fDh9ZLN2M87an2Miy-132" edge="1" parent="1" source="In8fDh9ZLN2M87an2Miy-80" style="edgeStyle=orthogonalEdgeStyle;rounded=0;orthogonalLoop=1;jettySize=auto;html=1;" target="In8fDh9ZLN2M87an2Miy-131" value="">
          <mxGeometry relative="1" as="geometry" />
        </mxCell>
        <mxCell id="In8fDh9ZLN2M87an2Miy-80" parent="1" style="whiteSpace=wrap;html=1;" value="release &lt;br&gt;loan_limit.held_amount" vertex="1">
          <mxGeometry height="60" width="215" x="5568.87" y="1830" as="geometry" />
        </mxCell>
        <mxCell id="In8fDh9ZLN2M87an2Miy-95" edge="1" parent="1" source="In8fDh9ZLN2M87an2Miy-82" style="edgeStyle=orthogonalEdgeStyle;rounded=0;orthogonalLoop=1;jettySize=auto;html=1;" target="In8fDh9ZLN2M87an2Miy-94" value="">
          <mxGeometry relative="1" as="geometry" />
        </mxCell>
        <mxCell id="In8fDh9ZLN2M87an2Miy-82" parent="1" style="whiteSpace=wrap;html=1;" value="loan_application&lt;br&gt;next_retry_at = now + 5min" vertex="1">
          <mxGeometry height="60" width="170" x="5283.87" y="1890" as="geometry" />
        </mxCell>
        <mxCell id="In8fDh9ZLN2M87an2Miy-88" parent="1" style="whiteSpace=wrap;html=1;" value="create loan" vertex="1">
          <mxGeometry height="60" width="215" x="5568.87" y="2063.75" as="geometry" />
        </mxCell>
        <mxCell id="In8fDh9ZLN2M87an2Miy-94" parent="1" style="whiteSpace=wrap;html=1;" value="retry_count &amp;gt; 3&lt;br&gt;status = unknown" vertex="1">
          <mxGeometry height="60" width="120" x="5308.87" y="2010" as="geometry" />
        </mxCell>
        <mxCell id="In8fDh9ZLN2M87an2Miy-105" parent="1" style="rounded=0;whiteSpace=wrap;html=1;" value="Scheduler" vertex="1">
          <mxGeometry height="60" width="120" x="3119.5" y="1397.5" as="geometry" />
        </mxCell>
        <mxCell id="In8fDh9ZLN2M87an2Miy-127" edge="1" parent="1" source="In8fDh9ZLN2M87an2Miy-111" style="edgeStyle=orthogonalEdgeStyle;rounded=0;orthogonalLoop=1;jettySize=auto;html=1;" target="In8fDh9ZLN2M87an2Miy-126" value="">
          <mxGeometry relative="1" as="geometry" />
        </mxCell>
        <mxCell id="In8fDh9ZLN2M87an2Miy-135" edge="1" parent="1" source="In8fDh9ZLN2M87an2Miy-111" style="edgeStyle=orthogonalEdgeStyle;rounded=0;orthogonalLoop=1;jettySize=auto;html=1;entryX=0;entryY=0.5;entryDx=0;entryDy=0;" target="In8fDh9ZLN2M87an2Miy-222">
          <mxGeometry relative="1" as="geometry">
            <mxPoint x="4520" y="2280" as="targetPoint" />
          </mxGeometry>
        </mxCell>
        <mxCell id="In8fDh9ZLN2M87an2Miy-111" parent="1" style="rhombus;whiteSpace=wrap;html=1;" value="loan -&amp;gt; casa exists" vertex="1">
          <mxGeometry height="180" width="166.25" x="4219.5" y="2190" as="geometry" />
        </mxCell>
        <mxCell id="In8fDh9ZLN2M87an2Miy-113" parent="1" style="whiteSpace=wrap;html=1;" value="status = approved&lt;br&gt;processed_at = now&lt;br&gt;release held_amount&lt;br&gt;create loan" vertex="1">
          <mxGeometry height="72.5" width="130" x="5329.37" y="2243.75" as="geometry" />
        </mxCell>
        <mxCell id="In8fDh9ZLN2M87an2Miy-122" edge="1" parent="1" source="In8fDh9ZLN2M87an2Miy-118" style="edgeStyle=orthogonalEdgeStyle;rounded=0;orthogonalLoop=1;jettySize=auto;html=1;" target="In8fDh9ZLN2M87an2Miy-121" value="">
          <mxGeometry relative="1" as="geometry" />
        </mxCell>
        <mxCell id="In8fDh9ZLN2M87an2Miy-118" parent="1" style="whiteSpace=wrap;html=1;" value="row lock&lt;br&gt;loan_application" vertex="1">
          <mxGeometry height="60" width="120" x="4069.5" y="1402.5" as="geometry" />
        </mxCell>
        <mxCell id="In8fDh9ZLN2M87an2Miy-124" edge="1" parent="1" source="In8fDh9ZLN2M87an2Miy-121" style="edgeStyle=orthogonalEdgeStyle;rounded=0;orthogonalLoop=1;jettySize=auto;html=1;" target="In8fDh9ZLN2M87an2Miy-123" value="">
          <mxGeometry relative="1" as="geometry" />
        </mxCell>
        <mxCell id="In8fDh9ZLN2M87an2Miy-125" edge="1" parent="1" source="In8fDh9ZLN2M87an2Miy-121" style="edgeStyle=orthogonalEdgeStyle;rounded=0;orthogonalLoop=1;jettySize=auto;html=1;entryX=0.5;entryY=0;entryDx=0;entryDy=0;" target="In8fDh9ZLN2M87an2Miy-69">
          <mxGeometry relative="1" as="geometry" />
        </mxCell>
        <mxCell id="In8fDh9ZLN2M87an2Miy-121" parent="1" style="rhombus;whiteSpace=wrap;html=1;" value="processed_at &lt;br&gt;is not null" vertex="1">
          <mxGeometry height="115" width="110" x="4249.5" y="1375" as="geometry" />
        </mxCell>
        <mxCell id="In8fDh9ZLN2M87an2Miy-123" parent="1" style="whiteSpace=wrap;html=1;" value="skip processing" vertex="1">
          <mxGeometry height="60" width="120" x="4434.5" y="1402.5" as="geometry" />
        </mxCell>
        <mxCell id="In8fDh9ZLN2M87an2Miy-216" edge="1" parent="1" source="In8fDh9ZLN2M87an2Miy-126" style="edgeStyle=orthogonalEdgeStyle;rounded=0;orthogonalLoop=1;jettySize=auto;html=1;entryX=0.5;entryY=0;entryDx=0;entryDy=0;" target="In8fDh9ZLN2M87an2Miy-214">
          <mxGeometry relative="1" as="geometry" />
        </mxCell>
        <mxCell id="In8fDh9ZLN2M87an2Miy-126" parent="1" style="whiteSpace=wrap;html=1;" value="polaris&lt;br&gt;/loan/&lt;span style=&quot;white-space: pre-wrap; color: rgb(33, 33, 33); font-family: Inter, system-ui, -apple-system, &amp;quot;system-ui&amp;quot;, &amp;quot;Segoe UI&amp;quot;, Roboto, Oxygen, Ubuntu, Cantarell, &amp;quot;Fira Sans&amp;quot;, &amp;quot;Droid Sans&amp;quot;, Helvetica, Arial, sans-serif; text-align: left; background-color: rgb(255, 255, 255);&quot;&gt;grantLoanNonCash&lt;/span&gt;" vertex="1">
          <mxGeometry height="60" width="157.38" x="4223.93" y="2440" as="geometry" />
        </mxCell>
        <mxCell id="In8fDh9ZLN2M87an2Miy-130" parent="1" style="rounded=0;whiteSpace=wrap;html=1;fontSize=21;" value="WHERE TO TRIGGER CGW???" vertex="1">
          <mxGeometry height="290" width="450.63" x="5420" y="2815" as="geometry" />
        </mxCell>
        <mxCell id="In8fDh9ZLN2M87an2Miy-133" edge="1" parent="1" source="In8fDh9ZLN2M87an2Miy-131" style="edgeStyle=orthogonalEdgeStyle;rounded=0;orthogonalLoop=1;jettySize=auto;html=1;" target="In8fDh9ZLN2M87an2Miy-88" value="">
          <mxGeometry relative="1" as="geometry" />
        </mxCell>
        <mxCell id="In8fDh9ZLN2M87an2Miy-131" parent="1" style="whiteSpace=wrap;html=1;" value="processed_at = now" vertex="1">
          <mxGeometry height="60" width="120" x="5616.37" y="1942.5" as="geometry" />
        </mxCell>
        <mxCell id="In8fDh9ZLN2M87an2Miy-141" edge="1" parent="1" source="In8fDh9ZLN2M87an2Miy-134" style="edgeStyle=orthogonalEdgeStyle;rounded=0;orthogonalLoop=1;jettySize=auto;html=1;entryX=0;entryY=0.5;entryDx=0;entryDy=0;" target="In8fDh9ZLN2M87an2Miy-139">
          <mxGeometry relative="1" as="geometry" />
        </mxCell>
        <mxCell id="In8fDh9ZLN2M87an2Miy-145" edge="1" parent="1" source="In8fDh9ZLN2M87an2Miy-134" style="edgeStyle=orthogonalEdgeStyle;rounded=0;orthogonalLoop=1;jettySize=auto;html=1;" target="In8fDh9ZLN2M87an2Miy-144" value="">
          <mxGeometry relative="1" as="geometry" />
        </mxCell>
        <mxCell id="In8fDh9ZLN2M87an2Miy-134" parent="1" style="rhombus;whiteSpace=wrap;html=1;" value="casa -&amp;gt; domestic (CGW)&lt;br&gt;exists?" vertex="1">
          <mxGeometry height="180" width="190" x="4860" y="2190" as="geometry" />
        </mxCell>
        <mxCell id="In8fDh9ZLN2M87an2Miy-142" edge="1" parent="1" source="In8fDh9ZLN2M87an2Miy-139" style="edgeStyle=orthogonalEdgeStyle;rounded=0;orthogonalLoop=1;jettySize=auto;html=1;entryX=0;entryY=0.5;entryDx=0;entryDy=0;" target="In8fDh9ZLN2M87an2Miy-113">
          <mxGeometry relative="1" as="geometry" />
        </mxCell>
        <mxCell id="In8fDh9ZLN2M87an2Miy-227" edge="1" parent="1" source="In8fDh9ZLN2M87an2Miy-139" style="edgeStyle=orthogonalEdgeStyle;rounded=0;orthogonalLoop=1;jettySize=auto;html=1;entryX=1;entryY=0.5;entryDx=0;entryDy=0;" target="In8fDh9ZLN2M87an2Miy-225">
          <mxGeometry relative="1" as="geometry">
            <Array as="points">
              <mxPoint x="5196" y="2460" />
            </Array>
          </mxGeometry>
        </mxCell>
        <mxCell id="In8fDh9ZLN2M87an2Miy-139" parent="1" style="rhombus;whiteSpace=wrap;html=1;" value="casa -&amp;gt; domestic (CGW)&lt;br&gt;amount match" vertex="1">
          <mxGeometry height="180" width="172.5" x="5110" y="2190" as="geometry" />
        </mxCell>
        <mxCell id="In8fDh9ZLN2M87an2Miy-147" edge="1" parent="1" source="In8fDh9ZLN2M87an2Miy-144" style="edgeStyle=orthogonalEdgeStyle;rounded=0;orthogonalLoop=1;jettySize=auto;html=1;" target="In8fDh9ZLN2M87an2Miy-146" value="">
          <mxGeometry relative="1" as="geometry" />
        </mxCell>
        <mxCell id="In8fDh9ZLN2M87an2Miy-144" parent="1" style="whiteSpace=wrap;html=1;" value="Trigger CGW" vertex="1">
          <mxGeometry height="60" width="120" x="4895" y="2510" as="geometry" />
        </mxCell>
        <mxCell id="In8fDh9ZLN2M87an2Miy-148" edge="1" parent="1" source="In8fDh9ZLN2M87an2Miy-146" style="edgeStyle=orthogonalEdgeStyle;rounded=0;orthogonalLoop=1;jettySize=auto;html=1;entryX=0.5;entryY=1;entryDx=0;entryDy=0;" target="In8fDh9ZLN2M87an2Miy-113">
          <mxGeometry relative="1" as="geometry" />
        </mxCell>
        <mxCell id="In8fDh9ZLN2M87an2Miy-150" edge="1" parent="1" source="In8fDh9ZLN2M87an2Miy-146" style="edgeStyle=orthogonalEdgeStyle;rounded=0;orthogonalLoop=1;jettySize=auto;html=1;" target="In8fDh9ZLN2M87an2Miy-149" value="">
          <mxGeometry relative="1" as="geometry" />
        </mxCell>
        <mxCell id="In8fDh9ZLN2M87an2Miy-146" parent="1" style="rhombus;whiteSpace=wrap;html=1;" value="200" vertex="1">
          <mxGeometry height="80" width="80" x="5115" y="2500" as="geometry" />
        </mxCell>
        <mxCell id="In8fDh9ZLN2M87an2Miy-149" parent="1" style="whiteSpace=wrap;html=1;" value="next_retry_at = now + 5min" vertex="1">
          <mxGeometry height="60" width="155" x="5077.5" y="2650" as="geometry" />
        </mxCell>
        <mxCell id="In8fDh9ZLN2M87an2Miy-176" edge="1" parent="1" source="In8fDh9ZLN2M87an2Miy-152" style="edgeStyle=orthogonalEdgeStyle;rounded=0;orthogonalLoop=1;jettySize=auto;html=1;" target="In8fDh9ZLN2M87an2Miy-175" value="">
          <mxGeometry relative="1" as="geometry" />
        </mxCell>
        <mxCell id="In8fDh9ZLN2M87an2Miy-244" edge="1" parent="1" source="In8fDh9ZLN2M87an2Miy-152" style="edgeStyle=orthogonalEdgeStyle;rounded=0;orthogonalLoop=1;jettySize=auto;html=1;entryX=0;entryY=0.5;entryDx=0;entryDy=0;" target="In8fDh9ZLN2M87an2Miy-162">
          <mxGeometry relative="1" as="geometry" />
        </mxCell>
        <mxCell id="In8fDh9ZLN2M87an2Miy-152" parent="1" style="rhombus;whiteSpace=wrap;html=1;" value="loan_application.amount &amp;lt;= line.available_amount" vertex="1">
          <mxGeometry height="190" width="230" x="1000" y="1040" as="geometry" />
        </mxCell>
-         <mxCell id="In8fDh9ZLN2M87an2Miy-158" edge="1" parent="1" source="In8fDh9ZLN2M87an2Miy-153" style="edgeStyle=orthogonalEdgeStyle;rounded=0;orthogonalLoop=1;jettySize=auto;html=1;entryX=0;entryY=0.5;entryDx=0;entryDy=0;" target="In8fDh9ZLN2M87an2Miy-157">
-           <mxGeometry relative="1" as="geometry" />
-         </mxCell>
-         <mxCell id="In8fDh9ZLN2M87an2Miy-153" parent="1" style="whiteSpace=wrap;html=1;" value="Polaris /loan/&lt;span style=&quot;color: rgb(33, 33, 33); font-family: Inter, system-ui, -apple-system, &amp;quot;system-ui&amp;quot;, &amp;quot;Segoe UI&amp;quot;, Roboto, Oxygen, Ubuntu, Cantarell, &amp;quot;Fira Sans&amp;quot;, &amp;quot;Droid Sans&amp;quot;, Helvetica, Arial, sans-serif; text-align: left; white-space: pre-wrap; background-color: rgb(255, 255, 255);&quot;&gt;grantLoanNonCash&lt;br/&gt;+ CGW trigger&lt;/span&gt;" vertex="1">
-           <mxGeometry height="60" width="170" x="2130" y="1110" as="geometry" />
-         </mxCell>
-         <mxCell id="In8fDh9ZLN2M87an2Miy-177" edge="1" parent="1" source="In8fDh9ZLN2M87an2Miy-157" style="edgeStyle=orthogonalEdgeStyle;rounded=0;orthogonalLoop=1;jettySize=auto;html=1;entryX=0;entryY=0.5;entryDx=0;entryDy=0;" target="In8fDh9ZLN2M87an2Miy-105">
+         <mxCell id="In8fDh9ZLN2M87an2Miy-158" edge="1" parent="1" source="In8fDh9ZLN2M87an2Miy-247" style="edgeStyle=orthogonalEdgeStyle;rounded=0;orthogonalLoop=1;jettySize=auto;html=1;entryX=0;entryY=0.5;entryDx=0;entryDy=0;exitX=0.989;exitY=0.096;exitDx=0;exitDy=0;exitPerimeter=0;" target="In8fDh9ZLN2M87an2Miy-157">
+           <mxGeometry relative="1" as="geometry">
+             <mxPoint x="2300" y="1137.5714285714284" as="sourcePoint" />
+           </mxGeometry>
+         </mxCell>
+         <mxCell id="In8fDh9ZLN2M87an2Miy-177" edge="1" parent="1" style="edgeStyle=orthogonalEdgeStyle;rounded=0;orthogonalLoop=1;jettySize=auto;html=1;entryX=0;entryY=0.5;entryDx=0;entryDy=0;">
          <mxGeometry relative="1" as="geometry">
            <Array as="points">
-               <mxPoint x="2400" y="1427" />
+               <mxPoint x="2410" y="1424.5" />
            </Array>
-             <mxPoint x="2809.5" y="1427.5" as="targetPoint" />
+             <mxPoint x="2410" y="1165" as="sourcePoint" />
+             <mxPoint x="3129.5" y="1425" as="targetPoint" />
          </mxGeometry>
        </mxCell>
        <mxCell id="In8fDh9ZLN2M87an2Miy-192" connectable="0" parent="In8fDh9ZLN2M87an2Miy-177" style="edgeLabel;html=1;align=center;verticalAlign=middle;resizable=0;points=[];" value="return warning?,&lt;br&gt;row is not scheduler&#39;s task&lt;div&gt;&lt;br&gt;&lt;/div&gt;" vertex="1">
          <mxGeometry relative="1" x="-0.7641" as="geometry">
            <mxPoint y="1" as="offset" />
          </mxGeometry>
        </mxCell>
        <mxCell id="In8fDh9ZLN2M87an2Miy-157" parent="1" style="rhombus;whiteSpace=wrap;html=1;" value="200" vertex="1">
-           <mxGeometry height="80" width="80" x="2360" y="1100" as="geometry" />
+           <mxGeometry height="80" width="80" x="2370" y="1097.5" as="geometry" />
        </mxCell>
        <mxCell id="In8fDh9ZLN2M87an2Miy-243" edge="1" parent="1" source="In8fDh9ZLN2M87an2Miy-161" style="edgeStyle=orthogonalEdgeStyle;rounded=0;orthogonalLoop=1;jettySize=auto;html=1;entryX=0;entryY=0.5;entryDx=0;entryDy=0;" target="In8fDh9ZLN2M87an2Miy-152">
          <mxGeometry relative="1" as="geometry" />
        </mxCell>
        <mxCell id="In8fDh9ZLN2M87an2Miy-161" parent="1" style="rounded=0;whiteSpace=wrap;html=1;" value="loan account row lock" vertex="1">
          <mxGeometry height="60" width="145" x="735" y="1105" as="geometry" />
        </mxCell>
        <mxCell id="In8fDh9ZLN2M87an2Miy-165" edge="1" parent="1" source="In8fDh9ZLN2M87an2Miy-162" style="edgeStyle=orthogonalEdgeStyle;rounded=0;orthogonalLoop=1;jettySize=auto;html=1;" target="In8fDh9ZLN2M87an2Miy-12">
          <mxGeometry relative="1" as="geometry" />
        </mxCell>
        <mxCell id="In8fDh9ZLN2M87an2Miy-162" parent="1" style="rounded=0;whiteSpace=wrap;html=1;" value="&lt;span style=&quot;font-weight: 700; text-align: left;&quot;&gt;ROWLOCK - loan_limits.held_amount += amount&lt;/span&gt;" vertex="1">
          <mxGeometry height="60" width="215" x="1345" y="1105" as="geometry" />
        </mxCell>
        <mxCell id="In8fDh9ZLN2M87an2Miy-184" edge="1" parent="1" source="In8fDh9ZLN2M87an2Miy-166" style="edgeStyle=orthogonalEdgeStyle;rounded=0;orthogonalLoop=1;jettySize=auto;html=1;" target="In8fDh9ZLN2M87an2Miy-183" value="">
          <mxGeometry relative="1" as="geometry" />
        </mxCell>
        <mxCell id="In8fDh9ZLN2M87an2Miy-166" parent="1" style="swimlane;fontStyle=0;childLayout=stackLayout;horizontal=1;startSize=30;horizontalStack=0;resizeParent=1;resizeParentMax=0;resizeLast=0;collapsible=1;marginBottom=0;whiteSpace=wrap;html=1;" value="Loan issued" vertex="1">
          <mxGeometry height="150" width="210" x="2590" y="1115" as="geometry" />
        </mxCell>
        <mxCell id="In8fDh9ZLN2M87an2Miy-167" parent="In8fDh9ZLN2M87an2Miy-166" style="text;strokeColor=none;fillColor=none;align=left;verticalAlign=middle;spacingLeft=4;spacingRight=4;overflow=hidden;points=[[0,0.5],[1,0.5]];portConstraint=eastwest;rotatable=0;whiteSpace=wrap;html=1;" value="loan_application = approved" vertex="1">
          <mxGeometry height="30" width="210" y="30" as="geometry" />
        </mxCell>
        <mxCell id="In8fDh9ZLN2M87an2Miy-168" parent="In8fDh9ZLN2M87an2Miy-166" style="text;strokeColor=none;fillColor=none;align=left;verticalAlign=middle;spacingLeft=4;spacingRight=4;overflow=hidden;points=[[0,0.5],[1,0.5]];portConstraint=eastwest;rotatable=0;whiteSpace=wrap;html=1;" value="create loan" vertex="1">
          <mxGeometry height="30" width="210" y="60" as="geometry" />
        </mxCell>
        <mxCell id="In8fDh9ZLN2M87an2Miy-169" parent="In8fDh9ZLN2M87an2Miy-166" style="text;strokeColor=none;fillColor=none;align=left;verticalAlign=middle;spacingLeft=4;spacingRight=4;overflow=hidden;points=[[0,0.5],[1,0.5]];portConstraint=eastwest;rotatable=0;whiteSpace=wrap;html=1;" value="release lock" vertex="1">
          <mxGeometry height="30" width="210" y="90" as="geometry" />
        </mxCell>
        <mxCell id="In8fDh9ZLN2M87an2Miy-191" parent="In8fDh9ZLN2M87an2Miy-166" style="text;strokeColor=none;fillColor=none;align=left;verticalAlign=middle;spacingLeft=4;spacingRight=4;overflow=hidden;points=[[0,0.5],[1,0.5]];portConstraint=eastwest;rotatable=0;whiteSpace=wrap;html=1;" value="processed_at = now" vertex="1">
          <mxGeometry height="30" width="210" y="120" as="geometry" />
        </mxCell>
        <mxCell id="In8fDh9ZLN2M87an2Miy-170" edge="1" parent="1" source="In8fDh9ZLN2M87an2Miy-157" style="edgeStyle=orthogonalEdgeStyle;rounded=0;orthogonalLoop=1;jettySize=auto;html=1;entryX=0.003;entryY=0.156;entryDx=0;entryDy=0;entryPerimeter=0;" target="In8fDh9ZLN2M87an2Miy-166">
          <mxGeometry relative="1" as="geometry" />
        </mxCell>
        <mxCell id="In8fDh9ZLN2M87an2Miy-174" parent="1" style="text;html=1;whiteSpace=wrap;strokeColor=none;fillColor=none;align=center;verticalAlign=middle;rounded=0;" value="&lt;div style=&quot;background-color:#ffffff;color:#080808&quot;&gt;&lt;pre style=&quot;font-family:&#39;JetBrains Mono&#39;,monospace;font-size:9.8pt;&quot;&gt;&lt;span style=&quot;color:#9e880d;&quot;&gt;@Transactional&lt;/span&gt;(propagation = &lt;span style=&quot;color:#000000;&quot;&gt;Propagation&lt;/span&gt;.&lt;span style=&quot;color:#871094;font-style:italic;&quot;&gt;REQUIRES_NEW&lt;/span&gt;)&lt;/pre&gt;&lt;/div&gt;" vertex="1">
          <mxGeometry height="30" width="240" x="1010" y="980" as="geometry" />
        </mxCell>
        <mxCell id="In8fDh9ZLN2M87an2Miy-175" parent="1" style="whiteSpace=wrap;html=1;" value="Rollback, return error" vertex="1">
          <mxGeometry height="60" width="132.5" x="1048.75" y="1352.5" as="geometry" />
        </mxCell>
        <mxCell id="In8fDh9ZLN2M87an2Miy-186" edge="1" parent="1" source="In8fDh9ZLN2M87an2Miy-183" style="edgeStyle=orthogonalEdgeStyle;rounded=0;orthogonalLoop=1;jettySize=auto;html=1;" target="In8fDh9ZLN2M87an2Miy-185" value="">
          <mxGeometry relative="1" as="geometry" />
        </mxCell>
        <mxCell id="In8fDh9ZLN2M87an2Miy-187" edge="1" parent="1" source="In8fDh9ZLN2M87an2Miy-183" style="edgeStyle=orthogonalEdgeStyle;rounded=0;orthogonalLoop=1;jettySize=auto;html=1;" target="In8fDh9ZLN2M87an2Miy-105">
          <mxGeometry relative="1" as="geometry">
            <Array as="points">
              <mxPoint x="2995" y="1427" />
            </Array>
          </mxGeometry>
        </mxCell>
        <mxCell id="In8fDh9ZLN2M87an2Miy-195" connectable="0" parent="In8fDh9ZLN2M87an2Miy-187" style="edgeLabel;html=1;align=center;verticalAlign=middle;resizable=0;points=[];" value="return warning?,&lt;br&gt;row is not scheduler&#39;s task&lt;div&gt;&lt;br&gt;&lt;/div&gt;" vertex="1">
          <mxGeometry relative="1" x="-0.5656" y="1" as="geometry">
            <mxPoint as="offset" />
          </mxGeometry>
        </mxCell>
        <mxCell id="In8fDh9ZLN2M87an2Miy-183" parent="1" style="rhombus;whiteSpace=wrap;html=1;fontStyle=0;startSize=30;horizontal=1;" value="db transaction success?" vertex="1">
          <mxGeometry height="135" width="130" x="2930" y="1122.5" as="geometry" />
        </mxCell>
        <mxCell id="In8fDh9ZLN2M87an2Miy-185" parent="1" style="whiteSpace=wrap;html=1;fontStyle=0;startSize=30;horizontal=1;" value="return success to client" vertex="1">
          <mxGeometry height="60" width="120" x="3145" y="1160" as="geometry" />
        </mxCell>
        <mxCell id="In8fDh9ZLN2M87an2Miy-189" parent="1" style="text;html=1;whiteSpace=wrap;strokeColor=none;fillColor=none;align=center;verticalAlign=middle;rounded=0;fontSize=26;" value="&lt;div style=&quot;background-color:#ffffff;color:#080808&quot;&gt;&lt;pre style=&quot;font-family: &amp;quot;JetBrains Mono&amp;quot;, monospace;&quot;&gt;&lt;span style=&quot;color:#9e880d;&quot;&gt;@Transactional&lt;/span&gt;(propagation = &lt;span style=&quot;color:#000000;&quot;&gt;Propagation&lt;/span&gt;.&lt;span style=&quot;color:#871094;font-style:italic;&quot;&gt;REQUIRES_NEW&lt;/span&gt;)&lt;/pre&gt;&lt;/div&gt;" vertex="1">
          <mxGeometry height="30" width="240" x="4918.87" y="1265" as="geometry" />
        </mxCell>
        <mxCell id="In8fDh9ZLN2M87an2Miy-198" parent="1" style="text;html=1;whiteSpace=wrap;strokeColor=none;fillColor=none;align=center;verticalAlign=middle;rounded=0;fontSize=32;" value="BNPL request flow" vertex="1">
          <mxGeometry height="30" width="470" x="-80" y="2930" as="geometry" />
        </mxCell>
        <mxCell id="In8fDh9ZLN2M87an2Miy-199" edge="1" parent="1" source="In8fDh9ZLN2M87an2Miy-200" style="edgeStyle=orthogonalEdgeStyle;rounded=0;orthogonalLoop=1;jettySize=auto;html=1;" target="In8fDh9ZLN2M87an2Miy-202" value="">
          <mxGeometry relative="1" as="geometry" />
        </mxCell>
        <mxCell id="In8fDh9ZLN2M87an2Miy-200" parent="1" style="shape=umlActor;verticalLabelPosition=bottom;verticalAlign=top;html=1;outlineConnect=0;" value="Actor" vertex="1">
          <mxGeometry height="60" width="30" x="20" y="3135" as="geometry" />
        </mxCell>
        <mxCell id="In8fDh9ZLN2M87an2Miy-201" edge="1" parent="1" source="In8fDh9ZLN2M87an2Miy-202" style="edgeStyle=orthogonalEdgeStyle;rounded=0;orthogonalLoop=1;jettySize=auto;html=1;entryX=0.011;entryY=0.06;entryDx=0;entryDy=0;entryPerimeter=0;" target="In8fDh9ZLN2M87an2Miy-209" value="">
          <mxGeometry relative="1" as="geometry">
            <mxPoint x="440" y="3165" as="targetPoint" />
          </mxGeometry>
        </mxCell>
        <mxCell id="In8fDh9ZLN2M87an2Miy-202" parent="1" style="whiteSpace=wrap;html=1;verticalAlign=top;" value="&lt;div&gt;&lt;br&gt;&lt;/div&gt;&lt;div&gt;One tap loan&lt;/div&gt;" vertex="1">
          <mxGeometry height="60" width="120" x="230" y="3135" as="geometry" />
        </mxCell>
        <mxCell id="In8fDh9ZLN2M87an2Miy-203" edge="1" parent="1" source="In8fDh9ZLN2M87an2Miy-205" style="edgeStyle=orthogonalEdgeStyle;rounded=0;orthogonalLoop=1;jettySize=auto;html=1;" target="In8fDh9ZLN2M87an2Miy-206" value="">
          <mxGeometry relative="1" as="geometry" />
        </mxCell>
        <mxCell id="In8fDh9ZLN2M87an2Miy-204" connectable="0" parent="In8fDh9ZLN2M87an2Miy-203" style="edgeLabel;html=1;align=center;verticalAlign=middle;resizable=0;points=[];" value="0" vertex="1">
          <mxGeometry relative="1" x="-0.2091" y="-1" as="geometry">
            <mxPoint as="offset" />
          </mxGeometry>
        </mxCell>
        <mxCell id="In8fDh9ZLN2M87an2Miy-213" edge="1" parent="1" source="In8fDh9ZLN2M87an2Miy-205" style="edgeStyle=orthogonalEdgeStyle;rounded=0;orthogonalLoop=1;jettySize=auto;html=1;" target="In8fDh9ZLN2M87an2Miy-212" value="">
          <mxGeometry relative="1" as="geometry" />
        </mxCell>
        <mxCell id="In8fDh9ZLN2M87an2Miy-205" parent="1" style="rhombus;whiteSpace=wrap;html=1;verticalAlign=top;" value="&lt;br&gt;&lt;br&gt;&lt;div&gt;&lt;br&gt;&lt;/div&gt;&lt;div&gt;Loan validation&lt;br&gt;success&lt;/div&gt;" vertex="1">
          <mxGeometry height="120" width="140" x="720" y="3105" as="geometry" />
        </mxCell>
        <mxCell id="In8fDh9ZLN2M87an2Miy-206" parent="1" style="whiteSpace=wrap;html=1;verticalAlign=middle;" value="Return err message" vertex="1">
          <mxGeometry height="60" width="120" x="730" y="3305" as="geometry" />
        </mxCell>
        <mxCell id="In8fDh9ZLN2M87an2Miy-207" edge="1" parent="1" source="In8fDh9ZLN2M87an2Miy-208" style="edgeStyle=orthogonalEdgeStyle;rounded=0;orthogonalLoop=1;jettySize=auto;html=1;entryX=0;entryY=0.5;entryDx=0;entryDy=0;" target="In8fDh9ZLN2M87an2Miy-205">
          <mxGeometry relative="1" as="geometry" />
        </mxCell>
        <mxCell id="In8fDh9ZLN2M87an2Miy-208" parent="1" style="swimlane;fontStyle=0;childLayout=stackLayout;horizontal=1;startSize=30;horizontalStack=0;resizeParent=1;resizeParentMax=0;resizeLast=0;collapsible=1;marginBottom=0;whiteSpace=wrap;html=1;" value="Validations" vertex="1">
          <mxGeometry height="120" width="140" x="460" y="3135" as="geometry" />
        </mxCell>
        <mxCell id="In8fDh9ZLN2M87an2Miy-209" parent="In8fDh9ZLN2M87an2Miy-208" style="text;strokeColor=none;fillColor=none;align=left;verticalAlign=middle;spacingLeft=4;spacingRight=4;overflow=hidden;points=[[0,0.5],[1,0.5]];portConstraint=eastwest;rotatable=0;whiteSpace=wrap;html=1;" value="user status" vertex="1">
          <mxGeometry height="30" width="140" y="30" as="geometry" />
        </mxCell>
        <mxCell id="In8fDh9ZLN2M87an2Miy-210" parent="In8fDh9ZLN2M87an2Miy-208" style="text;strokeColor=none;fillColor=none;align=left;verticalAlign=middle;spacingLeft=4;spacingRight=4;overflow=hidden;points=[[0,0.5],[1,0.5]];portConstraint=eastwest;rotatable=0;whiteSpace=wrap;html=1;" value="kyc status" vertex="1">
          <mxGeometry height="30" width="140" y="60" as="geometry" />
        </mxCell>
        <mxCell id="In8fDh9ZLN2M87an2Miy-211" parent="In8fDh9ZLN2M87an2Miy-208" style="text;strokeColor=none;fillColor=none;align=left;verticalAlign=middle;spacingLeft=4;spacingRight=4;overflow=hidden;points=[[0,0.5],[1,0.5]];portConstraint=eastwest;rotatable=0;whiteSpace=wrap;html=1;" value="loan limit status" vertex="1">
          <mxGeometry height="30" width="140" y="90" as="geometry" />
        </mxCell>
        <mxCell id="In8fDh9ZLN2M87an2Miy-212" parent="1" style="whiteSpace=wrap;html=1;verticalAlign=middle;" value="Same as one-tap ??" vertex="1">
          <mxGeometry height="60" width="120" x="950" y="3135" as="geometry" />
        </mxCell>
        <mxCell id="In8fDh9ZLN2M87an2Miy-218" edge="1" parent="1" source="In8fDh9ZLN2M87an2Miy-214" style="edgeStyle=orthogonalEdgeStyle;rounded=0;orthogonalLoop=1;jettySize=auto;html=1;entryX=0;entryY=0.5;entryDx=0;entryDy=0;" target="In8fDh9ZLN2M87an2Miy-134">
          <mxGeometry relative="1" as="geometry">
            <Array as="points">
              <mxPoint x="4860" y="2630" />
            </Array>
          </mxGeometry>
        </mxCell>
        <mxCell id="In8fDh9ZLN2M87an2Miy-221" edge="1" parent="1" source="In8fDh9ZLN2M87an2Miy-214" style="edgeStyle=orthogonalEdgeStyle;rounded=0;orthogonalLoop=1;jettySize=auto;html=1;entryX=0;entryY=0.5;entryDx=0;entryDy=0;" target="In8fDh9ZLN2M87an2Miy-149">
          <mxGeometry relative="1" as="geometry">
            <Array as="points">
              <mxPoint x="4303" y="2680" />
            </Array>
          </mxGeometry>
        </mxCell>
        <mxCell id="In8fDh9ZLN2M87an2Miy-214" parent="1" style="rhombus;whiteSpace=wrap;html=1;" value="200" vertex="1">
          <mxGeometry height="80" width="80" x="4262.62" y="2590" as="geometry" />
        </mxCell>
        <mxCell id="In8fDh9ZLN2M87an2Miy-223" edge="1" parent="1" source="In8fDh9ZLN2M87an2Miy-222" style="edgeStyle=orthogonalEdgeStyle;rounded=0;orthogonalLoop=1;jettySize=auto;html=1;" target="In8fDh9ZLN2M87an2Miy-134">
          <mxGeometry relative="1" as="geometry" />
        </mxCell>
        <mxCell id="In8fDh9ZLN2M87an2Miy-226" edge="1" parent="1" source="In8fDh9ZLN2M87an2Miy-222" style="edgeStyle=orthogonalEdgeStyle;rounded=0;orthogonalLoop=1;jettySize=auto;html=1;" target="In8fDh9ZLN2M87an2Miy-225" value="">
          <mxGeometry relative="1" as="geometry" />
        </mxCell>
        <mxCell id="In8fDh9ZLN2M87an2Miy-222" parent="1" style="rhombus;whiteSpace=wrap;html=1;" value="loan -&amp;gt; casa &lt;br&gt;amount match" vertex="1">
          <mxGeometry height="156.25" width="155" x="4561.37" y="2201.88" as="geometry" />
        </mxCell>
        <mxCell id="In8fDh9ZLN2M87an2Miy-225" parent="1" style="whiteSpace=wrap;html=1;" value="status = manual_review??" vertex="1">
          <mxGeometry height="60" width="120" x="4578.87" y="2429.995" as="geometry" />
        </mxCell>
        <mxCell id="In8fDh9ZLN2M87an2Miy-234" edge="1" parent="1" source="In8fDh9ZLN2M87an2Miy-228" style="edgeStyle=orthogonalEdgeStyle;rounded=0;orthogonalLoop=1;jettySize=auto;html=1;" target="In8fDh9ZLN2M87an2Miy-233" value="">
          <mxGeometry relative="1" as="geometry" />
        </mxCell>
        <mxCell id="In8fDh9ZLN2M87an2Miy-245" edge="1" parent="1" source="In8fDh9ZLN2M87an2Miy-228" style="edgeStyle=orthogonalEdgeStyle;rounded=0;orthogonalLoop=1;jettySize=auto;html=1;entryX=0;entryY=0.5;entryDx=0;entryDy=0;" target="In8fDh9ZLN2M87an2Miy-161">
          <mxGeometry relative="1" as="geometry" />
        </mxCell>
        <mxCell id="In8fDh9ZLN2M87an2Miy-228" parent="1" style="rhombus;whiteSpace=wrap;html=1;" value="Polaris&lt;br&gt;/line/&lt;span style=&quot;color: rgb(33, 33, 33); font-family: Inter, system-ui, -apple-system, &amp;quot;system-ui&amp;quot;, &amp;quot;Segoe UI&amp;quot;, Roboto, Oxygen, Ubuntu, Cantarell, &amp;quot;Fira Sans&amp;quot;, &amp;quot;Droid Sans&amp;quot;, Helvetica, Arial, sans-serif; text-align: left; white-space: pre-wrap; background-color: rgb(255, 255, 255);&quot;&gt;getAccountDetail&lt;/span&gt;&lt;br&gt;200" vertex="1">
          <mxGeometry height="225" width="260" x="190" y="1020" as="geometry" />
        </mxCell>
        <mxCell id="In8fDh9ZLN2M87an2Miy-236" edge="1" parent="1" source="In8fDh9ZLN2M87an2Miy-233" style="edgeStyle=orthogonalEdgeStyle;rounded=0;orthogonalLoop=1;jettySize=auto;html=1;" target="In8fDh9ZLN2M87an2Miy-235" value="">
          <mxGeometry relative="1" as="geometry" />
        </mxCell>
        <mxCell id="In8fDh9ZLN2M87an2Miy-242" edge="1" parent="1" source="In8fDh9ZLN2M87an2Miy-233" style="edgeStyle=orthogonalEdgeStyle;rounded=0;orthogonalLoop=1;jettySize=auto;html=1;entryX=0;entryY=0.5;entryDx=0;entryDy=0;" target="In8fDh9ZLN2M87an2Miy-241" value="">
          <mxGeometry relative="1" as="geometry">
            <mxPoint x="390" y="1372.5" as="targetPoint" />
          </mxGeometry>
        </mxCell>
        <mxCell id="In8fDh9ZLN2M87an2Miy-233" parent="1" style="rhombus;whiteSpace=wrap;html=1;" value="501" vertex="1">
          <mxGeometry height="80" width="80" x="280" y="1332.5" as="geometry" />
        </mxCell>
        <mxCell id="In8fDh9ZLN2M87an2Miy-238" edge="1" parent="1" source="In8fDh9ZLN2M87an2Miy-235" style="edgeStyle=orthogonalEdgeStyle;rounded=0;orthogonalLoop=1;jettySize=auto;html=1;entryX=0;entryY=0.5;entryDx=0;entryDy=0;" target="In8fDh9ZLN2M87an2Miy-237" value="">
          <mxGeometry relative="1" as="geometry">
            <mxPoint x="460" y="1555" as="targetPoint" />
          </mxGeometry>
        </mxCell>
        <mxCell id="In8fDh9ZLN2M87an2Miy-240" edge="1" parent="1" source="In8fDh9ZLN2M87an2Miy-235" style="edgeStyle=orthogonalEdgeStyle;rounded=0;orthogonalLoop=1;jettySize=auto;html=1;" target="In8fDh9ZLN2M87an2Miy-239" value="">
          <mxGeometry relative="1" as="geometry" />
        </mxCell>
        <mxCell id="In8fDh9ZLN2M87an2Miy-235" parent="1" style="rhombus;whiteSpace=wrap;html=1;" value="timeout, http err" vertex="1">
          <mxGeometry height="125" width="120" x="260" y="1492.5" as="geometry" />
        </mxCell>
        <mxCell id="In8fDh9ZLN2M87an2Miy-237" parent="1" style="whiteSpace=wrap;html=1;" value="return err msg&lt;br&gt;try again" vertex="1">
          <mxGeometry height="60" width="120" x="480" y="1525" as="geometry" />
        </mxCell>
        <mxCell id="In8fDh9ZLN2M87an2Miy-239" parent="1" style="whiteSpace=wrap;html=1;" value="return err msg&lt;br&gt;try again?" vertex="1">
          <mxGeometry height="60" width="120" x="260" y="1730" as="geometry" />
        </mxCell>
        <mxCell id="In8fDh9ZLN2M87an2Miy-241" parent="1" style="whiteSpace=wrap;html=1;" value="return err msg" vertex="1">
          <mxGeometry height="60" width="120" x="460" y="1345" as="geometry" />
+         </mxCell>
+         <mxCell id="In8fDh9ZLN2M87an2Miy-247" parent="1" style="swimlane;fontStyle=0;childLayout=stackLayout;horizontal=1;startSize=30;horizontalStack=0;resizeParent=1;resizeParentMax=0;resizeLast=0;collapsible=1;marginBottom=0;whiteSpace=wrap;html=1;" value="Call Polaris APIs in order:" vertex="1">
+           <mxGeometry height="240" width="180" x="2110" y="1115" as="geometry" />
+         </mxCell>
+         <mxCell id="In8fDh9ZLN2M87an2Miy-248" parent="In8fDh9ZLN2M87an2Miy-247" style="text;strokeColor=none;fillColor=none;align=left;verticalAlign=middle;spacingLeft=4;spacingRight=4;overflow=hidden;points=[[0,0.5],[1,0.5]];portConstraint=eastwest;rotatable=0;whiteSpace=wrap;html=1;" value="&lt;span style=&quot;text-align: center;&quot;&gt;/loan/createAccount&lt;/span&gt;" vertex="1">
+           <mxGeometry height="30" width="180" y="30" as="geometry" />
+         </mxCell>
+         <mxCell id="In8fDh9ZLN2M87an2Miy-249" parent="In8fDh9ZLN2M87an2Miy-247" style="text;strokeColor=none;fillColor=none;align=left;verticalAlign=middle;spacingLeft=4;spacingRight=4;overflow=hidden;points=[[0,0.5],[1,0.5]];portConstraint=eastwest;rotatable=0;whiteSpace=wrap;html=1;" value="&lt;span style=&quot;text-align: center;&quot;&gt;/loan/openAccount&lt;/span&gt;" vertex="1">
+           <mxGeometry height="30" width="180" y="60" as="geometry" />
+         </mxCell>
+         <mxCell id="In8fDh9ZLN2M87an2Miy-250" parent="In8fDh9ZLN2M87an2Miy-247" style="text;strokeColor=none;fillColor=none;align=left;verticalAlign=middle;spacingLeft=4;spacingRight=4;overflow=hidden;points=[[0,0.5],[1,0.5]];portConstraint=eastwest;rotatable=0;whiteSpace=wrap;html=1;" value="&lt;span style=&quot;text-align: center;&quot;&gt;/loan/&lt;/span&gt;&lt;span style=&quot;background-color: rgb(252, 246, 219); color: rgb(0, 0, 0); font-family: &amp;quot;Anonymous Pro&amp;quot;, Menlo, Consolas, &amp;quot;Bitstream Vera Sans Mono&amp;quot;, &amp;quot;Courier New&amp;quot;, monospace; font-size: 0.9em;&quot;&gt;createNrsSchedule&lt;/span&gt;" vertex="1">
+           <mxGeometry height="30" width="180" y="90" as="geometry" />
+         </mxCell>
+         <mxCell id="In8fDh9ZLN2M87an2Miy-251" parent="In8fDh9ZLN2M87an2Miy-247" style="text;strokeColor=none;fillColor=none;align=left;verticalAlign=middle;spacingLeft=4;spacingRight=4;overflow=hidden;points=[[0,0.5],[1,0.5]];portConstraint=eastwest;rotatable=0;whiteSpace=wrap;html=1;" value="&lt;span style=&quot;text-align: center;&quot;&gt;/loan/&lt;/span&gt;&lt;span style=&quot;white-space: pre-wrap; color: rgb(33, 33, 33); font-family: Inter, system-ui, -apple-system, &amp;quot;system-ui&amp;quot;, &amp;quot;Segoe UI&amp;quot;, Roboto, Oxygen, Ubuntu, Cantarell, &amp;quot;Fira Sans&amp;quot;, &amp;quot;Droid Sans&amp;quot;, Helvetica, Arial, sans-serif; background-color: rgb(255, 255, 255);&quot;&gt;grantLoanNonCash&lt;/span&gt;" vertex="1">
+           <mxGeometry height="30" width="180" y="120" as="geometry" />
+         </mxCell>
+         <mxCell id="In8fDh9ZLN2M87an2Miy-252" parent="In8fDh9ZLN2M87an2Miy-247" style="text;strokeColor=none;fillColor=none;align=left;verticalAlign=middle;spacingLeft=4;spacingRight=4;overflow=hidden;points=[[0,0.5],[1,0.5]];portConstraint=eastwest;rotatable=0;whiteSpace=wrap;html=1;" value="&lt;span style=&quot;white-space: pre-wrap; background-color: rgb(252, 246, 219); color: rgb(0, 0, 0); font-family: &amp;quot;Anonymous Pro&amp;quot;, Menlo, Consolas, &amp;quot;Bitstream Vera Sans Mono&amp;quot;, &amp;quot;Courier New&amp;quot;, monospace; font-size: 0.9em;&quot;&gt;/line/linkLineAccountToLoan&lt;/span&gt;" vertex="1">
+           <mxGeometry height="30" width="180" y="150" as="geometry" />
+         </mxCell>
+         <mxCell id="In8fDh9ZLN2M87an2Miy-253" parent="In8fDh9ZLN2M87an2Miy-247" style="text;strokeColor=none;fillColor=none;align=left;verticalAlign=middle;spacingLeft=4;spacingRight=4;overflow=hidden;points=[[0,0.5],[1,0.5]];portConstraint=eastwest;rotatable=0;whiteSpace=wrap;html=1;" value="&lt;span style=&quot;white-space: pre-wrap; background-color: rgb(252, 246, 219); color: rgb(0, 0, 0);&quot;&gt;&lt;font color=&quot;#393939&quot; face=&quot;Inter, system-ui, -apple-system, system-ui, Segoe UI, Roboto, Oxygen, Ubuntu, Cantarell, Fira Sans, Droid Sans, Helvetica, Arial, sans-serif&quot;&gt;/line/l&lt;/font&gt;&lt;/span&gt;&lt;span style=&quot;white-space: pre-wrap; background-color: rgb(252, 246, 219); color: rgb(0, 0, 0); font-family: &amp;quot;Anonymous Pro&amp;quot;, Menlo, Consolas, &amp;quot;Bitstream Vera Sans Mono&amp;quot;, &amp;quot;Courier New&amp;quot;, monospace; font-size: 0.9em;&quot;&gt;inkLineAccountToLoan&lt;/span&gt;" vertex="1">
+           <mxGeometry height="30" width="180" y="180" as="geometry" />
+         </mxCell>
+         <mxCell id="In8fDh9ZLN2M87an2Miy-255" parent="In8fDh9ZLN2M87an2Miy-247" style="text;strokeColor=none;fillColor=none;align=left;verticalAlign=middle;spacingLeft=4;spacingRight=4;overflow=hidden;points=[[0,0.5],[1,0.5]];portConstraint=eastwest;rotatable=0;whiteSpace=wrap;html=1;" value="&lt;font color=&quot;#bcbcbc&quot; face=&quot;Inter, system-ui, -apple-system, system-ui, Segoe UI, Roboto, Oxygen, Ubuntu, Cantarell, Fira Sans, Droid Sans, Helvetica, Arial, sans-serif&quot;&gt;&lt;span style=&quot;white-space-collapse: preserve; background-color: rgb(33, 27, 4);&quot;&gt;CGW Trigger&lt;/span&gt;&lt;/font&gt;" vertex="1">
+           <mxGeometry height="30" width="180" y="210" as="geometry" />
        </mxCell>
      </root>
    </mxGraphModel>
  </diagram>
</mxfile>
